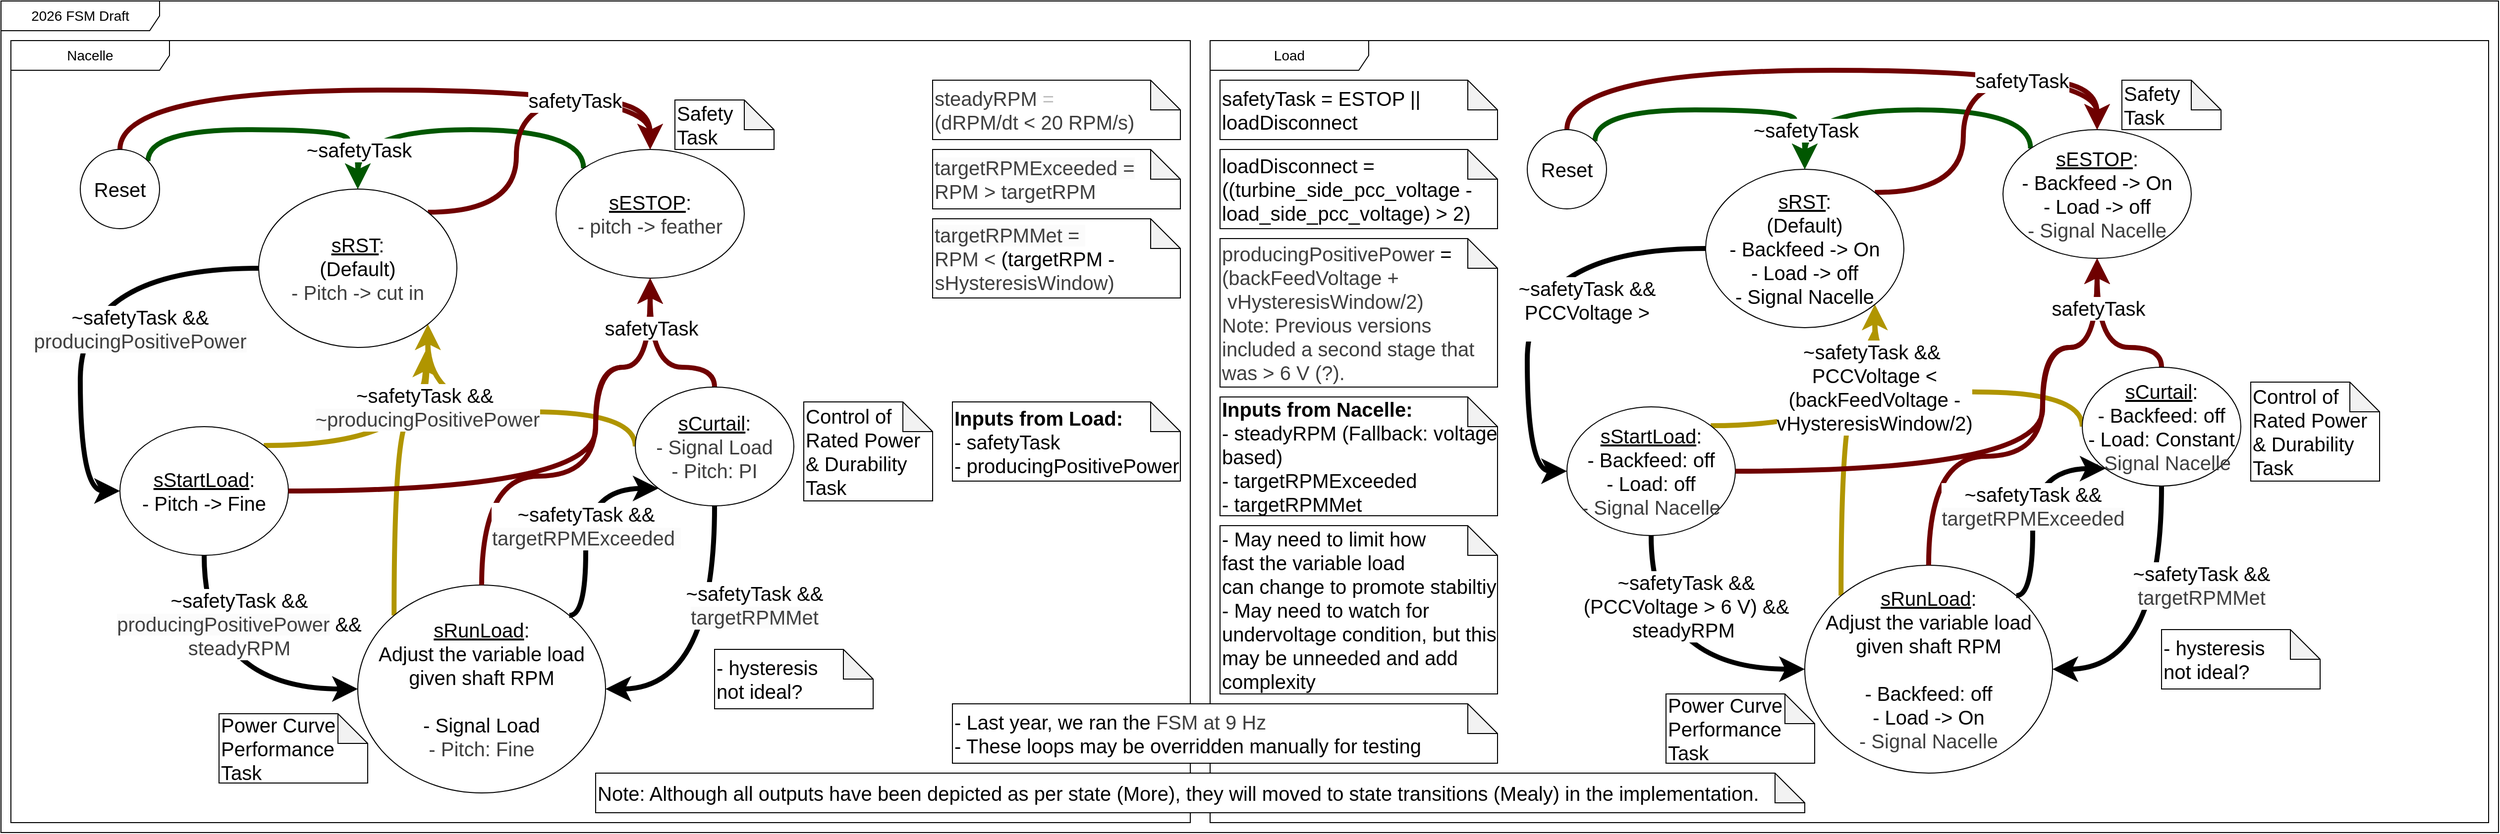
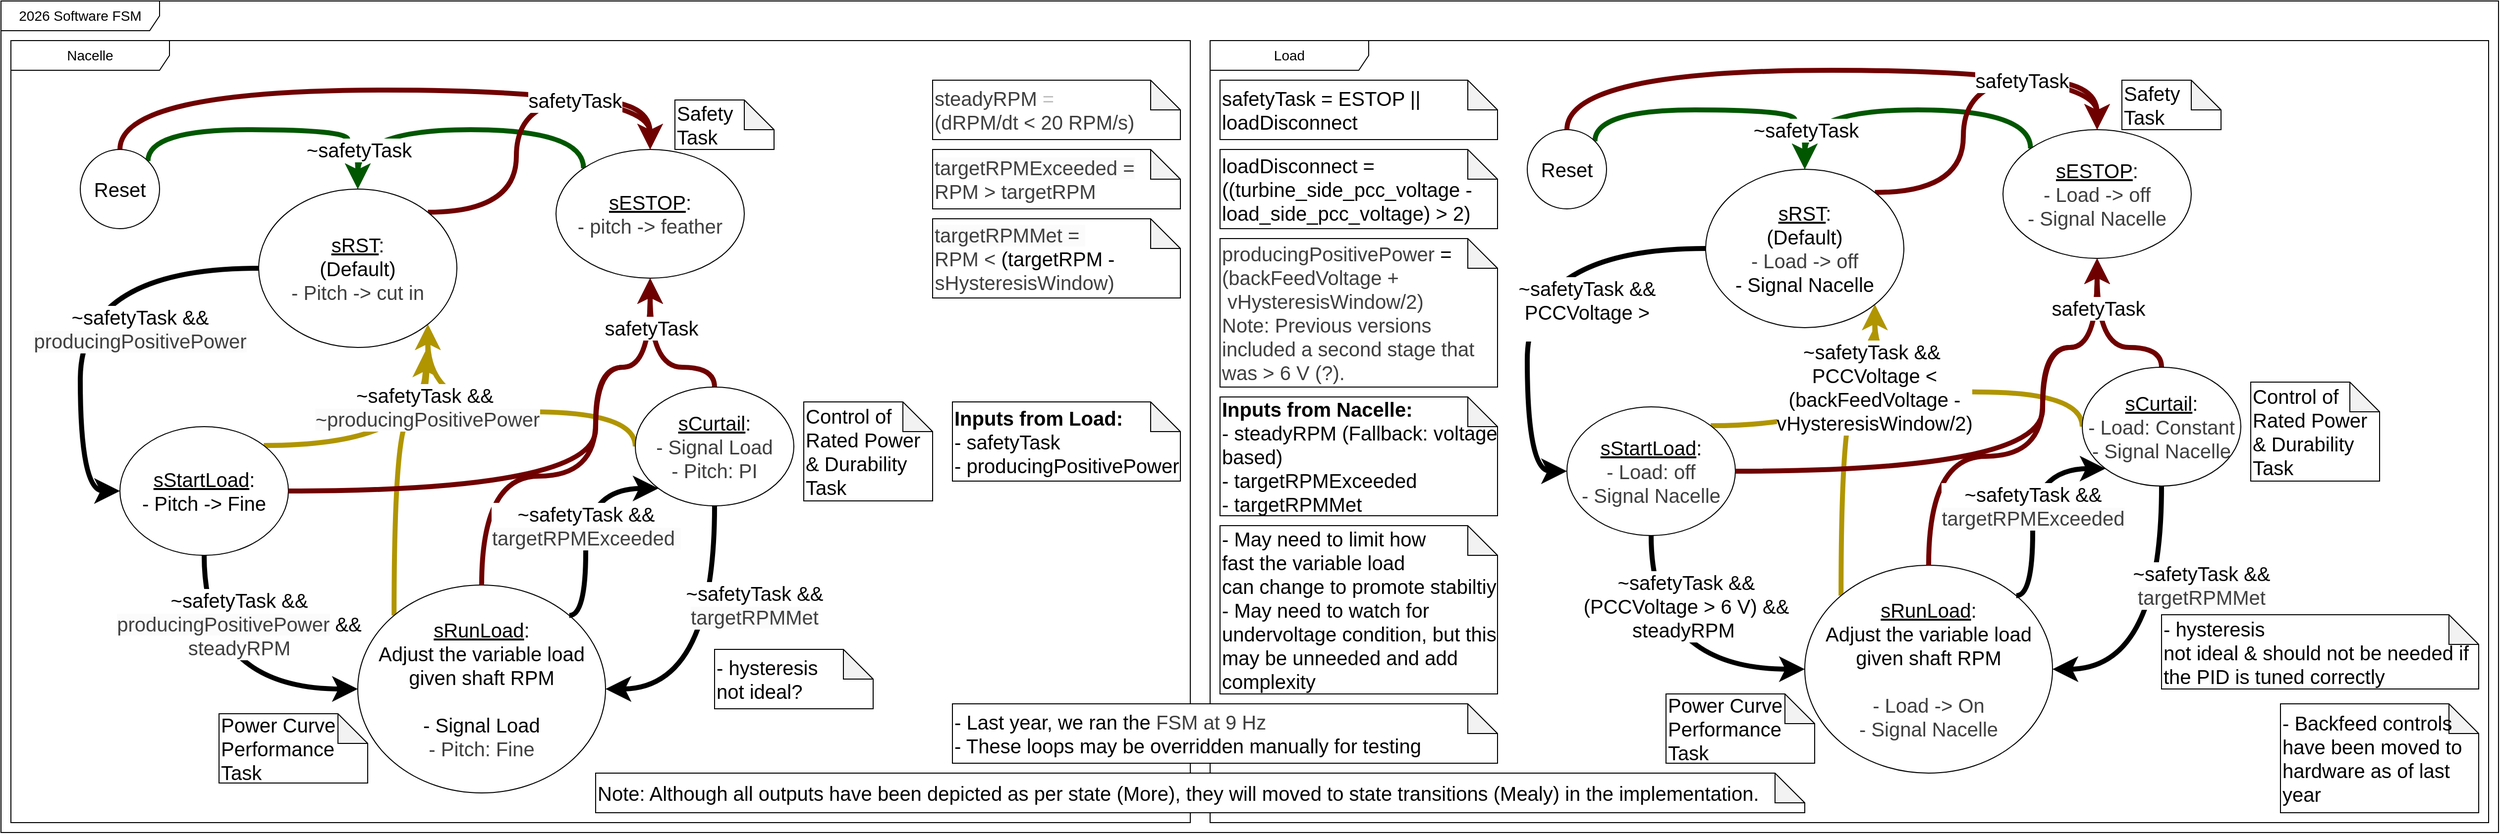
<mxfile host="65bd71144e">
    <diagram id="SB79aGflLbm6-LKJB5wv" name="Page-1">
-         <mxGraphModel dx="2355" dy="1408" grid="1" gridSize="10" guides="1" tooltips="1" connect="1" arrows="1" fold="1" page="1" pageScale="1" pageWidth="1920" pageHeight="1080" math="0" shadow="0">
+         <mxGraphModel dx="1570" dy="938" grid="1" gridSize="10" guides="1" tooltips="1" connect="1" arrows="1" fold="1" page="1" pageScale="1" pageWidth="1920" pageHeight="1080" math="0" shadow="0">
            <root>
                <mxCell id="0"/>
                <mxCell id="1" parent="0"/>
                <mxCell id="31" value="&lt;font&gt;Nacelle&lt;/font&gt;" style="shape=umlFrame;whiteSpace=wrap;html=1;pointerEvents=0;recursiveResize=0;container=0;collapsible=0;width=160;fontSize=14;" parent="1" vertex="1">
                    <mxGeometry x="20" y="50" width="1190" height="790" as="geometry"/>
                </mxCell>
-                 <mxCell id="54" value="&lt;font&gt;Load&lt;/font&gt;" style="shape=umlFrame;whiteSpace=wrap;html=1;pointerEvents=0;recursiveResize=0;container=1;collapsible=0;width=160;fontSize=14;" vertex="1" parent="1">
+                 <mxCell id="54" value="&lt;font&gt;Load&lt;/font&gt;" style="shape=umlFrame;whiteSpace=wrap;html=1;pointerEvents=0;recursiveResize=0;container=1;collapsible=0;width=160;fontSize=14;" parent="1" vertex="1">
                    <mxGeometry x="1230" y="50" width="1290" height="790" as="geometry"/>
                </mxCell>
-                 <mxCell id="55" style="edgeStyle=orthogonalEdgeStyle;html=1;exitX=0;exitY=0.5;exitDx=0;exitDy=0;entryX=1;entryY=1;entryDx=0;entryDy=0;fillColor=#e3c800;strokeColor=#B09500;curved=1;fontSize=14;endSize=10;startSize=10;strokeWidth=5;" edge="1" parent="54" source="78" target="81">
+                 <mxCell id="55" style="edgeStyle=orthogonalEdgeStyle;html=1;exitX=0;exitY=0.5;exitDx=0;exitDy=0;entryX=1;entryY=1;entryDx=0;entryDy=0;fillColor=#e3c800;strokeColor=#B09500;curved=1;fontSize=14;endSize=10;startSize=10;strokeWidth=5;" parent="54" source="78" target="81" edge="1">
                    <mxGeometry relative="1" as="geometry">
                        <Array as="points">
                            <mxPoint x="671" y="355"/>
                        </Array>
                    </mxGeometry>
                </mxCell>
-                 <mxCell id="56" style="edgeStyle=orthogonalEdgeStyle;html=1;exitX=0;exitY=0;exitDx=0;exitDy=0;entryX=1;entryY=1;entryDx=0;entryDy=0;fillColor=#e3c800;strokeColor=#B09500;curved=1;fontSize=14;endSize=10;startSize=10;strokeWidth=5;" edge="1" parent="54" source="71" target="81">
+                 <mxCell id="56" style="edgeStyle=orthogonalEdgeStyle;html=1;exitX=0;exitY=0;exitDx=0;exitDy=0;entryX=1;entryY=1;entryDx=0;entryDy=0;fillColor=#e3c800;strokeColor=#B09500;curved=1;fontSize=14;endSize=10;startSize=10;strokeWidth=5;" parent="54" source="71" target="81" edge="1">
                    <mxGeometry relative="1" as="geometry">
                        <Array as="points">
                            <mxPoint x="637" y="360"/>
                            <mxPoint x="671" y="360"/>
                        </Array>
                    </mxGeometry>
                </mxCell>
-                 <mxCell id="57" style="edgeStyle=orthogonalEdgeStyle;html=1;exitX=0.5;exitY=0;exitDx=0;exitDy=0;entryX=0.5;entryY=1;entryDx=0;entryDy=0;curved=1;fillColor=#a20025;strokeColor=#6F0000;fontSize=14;endSize=10;startSize=10;strokeWidth=5;" edge="1" parent="54" source="78" target="74">
+                 <mxCell id="57" style="edgeStyle=orthogonalEdgeStyle;html=1;exitX=0.5;exitY=0;exitDx=0;exitDy=0;entryX=0.5;entryY=1;entryDx=0;entryDy=0;curved=1;fillColor=#a20025;strokeColor=#6F0000;fontSize=14;endSize=10;startSize=10;strokeWidth=5;" parent="54" source="78" target="74" edge="1">
                    <mxGeometry relative="1" as="geometry">
                        <Array as="points">
                            <mxPoint x="895" y="310"/>
                        </Array>
                    </mxGeometry>
                </mxCell>
-                 <mxCell id="58" style="edgeStyle=orthogonalEdgeStyle;html=1;exitX=0;exitY=0;exitDx=0;exitDy=0;curved=1;fillColor=#008a00;strokeColor=#005700;entryX=0.5;entryY=0;entryDx=0;entryDy=0;fontSize=14;endSize=10;startSize=10;strokeWidth=5;" edge="1" parent="54" source="74" target="81">
+                 <mxCell id="58" style="edgeStyle=orthogonalEdgeStyle;html=1;exitX=0;exitY=0;exitDx=0;exitDy=0;curved=1;fillColor=#008a00;strokeColor=#005700;entryX=0.5;entryY=0;entryDx=0;entryDy=0;fontSize=14;endSize=10;startSize=10;strokeWidth=5;" parent="54" source="74" target="81" edge="1">
                    <mxGeometry relative="1" as="geometry">
                        <mxPoint x="620" y="200.03999999999996" as="targetPoint"/>
                        <Array as="points">
                            <mxPoint x="828" y="70"/>
                            <mxPoint x="600" y="70"/>
                        </Array>
                    </mxGeometry>
                </mxCell>
-                 <mxCell id="59" style="edgeStyle=orthogonalEdgeStyle;html=1;exitX=1;exitY=0;exitDx=0;exitDy=0;entryX=0.5;entryY=0;entryDx=0;entryDy=0;curved=1;fillColor=#a20025;strokeColor=#6F0000;fontSize=14;endSize=10;startSize=10;strokeWidth=5;" edge="1" parent="54" source="81" target="74">
+                 <mxCell id="59" style="edgeStyle=orthogonalEdgeStyle;html=1;exitX=1;exitY=0;exitDx=0;exitDy=0;entryX=0.5;entryY=0;entryDx=0;entryDy=0;curved=1;fillColor=#a20025;strokeColor=#6F0000;fontSize=14;endSize=10;startSize=10;strokeWidth=5;" parent="54" source="81" target="74" edge="1">
                    <mxGeometry relative="1" as="geometry">
                        <Array as="points">
                            <mxPoint x="760" y="153"/>
                            <mxPoint x="760" y="40"/>
                            <mxPoint x="895" y="40"/>
                        </Array>
                    </mxGeometry>
                </mxCell>
-                 <mxCell id="60" value="&lt;font&gt;&lt;span&gt;- May need to&amp;nbsp;&lt;/span&gt;&lt;span style=&quot;background-color: transparent;&quot;&gt;limit how&lt;/span&gt;&lt;/font&gt;&lt;div&gt;&lt;span style=&quot;background-color: transparent;&quot;&gt;&lt;font&gt;fast the variable load&lt;/font&gt;&lt;/span&gt;&lt;/div&gt;&lt;div&gt;&lt;span style=&quot;background-color: transparent;&quot;&gt;&lt;font&gt;can change to promote stabiltiy&lt;/font&gt;&lt;/span&gt;&lt;div&gt;&lt;font&gt;&lt;span&gt;-&amp;nbsp;&lt;/span&gt;&lt;span style=&quot;text-align: center; background-color: transparent;&quot;&gt;May need to watch for undervoltage condition, but this may be unneeded and add complexity&lt;/span&gt;&lt;/font&gt;&lt;/div&gt;&lt;/div&gt;" style="shape=note;whiteSpace=wrap;html=1;backgroundOutline=1;darkOpacity=0.05;align=left;fontSize=20;" vertex="1" parent="54">
+                 <mxCell id="60" value="&lt;font&gt;&lt;span&gt;- May need to&amp;nbsp;&lt;/span&gt;&lt;span style=&quot;background-color: transparent;&quot;&gt;limit how&lt;/span&gt;&lt;/font&gt;&lt;div&gt;&lt;span style=&quot;background-color: transparent;&quot;&gt;&lt;font&gt;fast the variable load&lt;/font&gt;&lt;/span&gt;&lt;/div&gt;&lt;div&gt;&lt;span style=&quot;background-color: transparent;&quot;&gt;&lt;font&gt;can change to promote stabiltiy&lt;/font&gt;&lt;/span&gt;&lt;div&gt;&lt;font&gt;&lt;span&gt;-&amp;nbsp;&lt;/span&gt;&lt;span style=&quot;text-align: center; background-color: transparent;&quot;&gt;May need to watch for undervoltage condition, but this may be unneeded and add complexity&lt;/span&gt;&lt;/font&gt;&lt;/div&gt;&lt;/div&gt;" style="shape=note;whiteSpace=wrap;html=1;backgroundOutline=1;darkOpacity=0.05;align=left;fontSize=20;" parent="54" vertex="1">
                    <mxGeometry x="10" y="490" width="280" height="170" as="geometry"/>
                </mxCell>
-                 <mxCell id="62" value="&lt;font&gt;loadDisconnect = ((turbine_side_pcc_voltage - load_side_pcc_voltage) &amp;gt; 2)&lt;/font&gt;" style="shape=note;whiteSpace=wrap;html=1;backgroundOutline=1;darkOpacity=0.05;align=left;fontSize=20;" vertex="1" parent="54">
+                 <mxCell id="62" value="&lt;font&gt;loadDisconnect = ((turbine_side_pcc_voltage - load_side_pcc_voltage) &amp;gt; 2)&lt;/font&gt;" style="shape=note;whiteSpace=wrap;html=1;backgroundOutline=1;darkOpacity=0.05;align=left;fontSize=20;" parent="54" vertex="1">
                    <mxGeometry x="10" y="110" width="280" height="80" as="geometry"/>
                </mxCell>
-                 <mxCell id="63" style="edgeStyle=orthogonalEdgeStyle;html=1;exitX=1;exitY=0;exitDx=0;exitDy=0;entryX=0.5;entryY=0;entryDx=0;entryDy=0;curved=1;fillColor=#008a00;strokeColor=#005700;fontSize=14;endSize=10;startSize=10;strokeWidth=5;" edge="1" parent="54" source="67" target="81">
+                 <mxCell id="63" style="edgeStyle=orthogonalEdgeStyle;html=1;exitX=1;exitY=0;exitDx=0;exitDy=0;entryX=0.5;entryY=0;entryDx=0;entryDy=0;curved=1;fillColor=#008a00;strokeColor=#005700;fontSize=14;endSize=10;startSize=10;strokeWidth=5;" parent="54" source="67" target="81" edge="1">
                    <mxGeometry relative="1" as="geometry">
                        <Array as="points">
                            <mxPoint x="388" y="70"/>
                            <mxPoint x="590" y="70"/>
                            <mxPoint x="590" y="90"/>
                            <mxPoint x="600" y="90"/>
                        </Array>
                    </mxGeometry>
                </mxCell>
-                 <mxCell id="64" value="&lt;font style=&quot;color: light-dark(rgb(0, 0, 0), rgb(130, 205, 130)); font-size: 20px;&quot;&gt;~safetyTask&lt;/font&gt;" style="edgeLabel;html=1;align=center;verticalAlign=middle;resizable=0;points=[];fontSize=14;" vertex="1" connectable="0" parent="63">
+                 <mxCell id="64" value="&lt;font style=&quot;color: light-dark(rgb(0, 0, 0), rgb(130, 205, 130)); font-size: 20px;&quot;&gt;~safetyTask&lt;/font&gt;" style="edgeLabel;html=1;align=center;verticalAlign=middle;resizable=0;points=[];fontSize=14;" parent="63" vertex="1" connectable="0">
                    <mxGeometry x="0.2777" y="-3" relative="1" as="geometry">
                        <mxPoint x="50" y="17" as="offset"/>
                    </mxGeometry>
                </mxCell>
-                 <mxCell id="65" style="edgeStyle=orthogonalEdgeStyle;html=1;exitX=0.5;exitY=0;exitDx=0;exitDy=0;entryX=0.5;entryY=0;entryDx=0;entryDy=0;curved=1;fillColor=#a20025;strokeColor=#6F0000;fontSize=14;endSize=10;startSize=10;strokeWidth=5;" edge="1" parent="54" source="67" target="74">
+                 <mxCell id="65" style="edgeStyle=orthogonalEdgeStyle;html=1;exitX=0.5;exitY=0;exitDx=0;exitDy=0;entryX=0.5;entryY=0;entryDx=0;entryDy=0;curved=1;fillColor=#a20025;strokeColor=#6F0000;fontSize=14;endSize=10;startSize=10;strokeWidth=5;" parent="54" source="67" target="74" edge="1">
                    <mxGeometry relative="1" as="geometry">
                        <Array as="points">
                            <mxPoint x="360" y="30"/>
                            <mxPoint x="895" y="30"/>
                        </Array>
                    </mxGeometry>
                </mxCell>
-                 <mxCell id="66" value="&lt;font style=&quot;color: light-dark(rgb(0, 0, 0), rgb(255, 197, 197)); font-size: 20px;&quot;&gt;safetyTask&lt;/font&gt;" style="edgeLabel;html=1;align=center;verticalAlign=middle;resizable=0;points=[];fontSize=14;" vertex="1" connectable="0" parent="65">
+                 <mxCell id="66" value="&lt;font style=&quot;color: light-dark(rgb(0, 0, 0), rgb(255, 197, 197)); font-size: 20px;&quot;&gt;safetyTask&lt;/font&gt;" style="edgeLabel;html=1;align=center;verticalAlign=middle;resizable=0;points=[];fontSize=14;" parent="65" vertex="1" connectable="0">
                    <mxGeometry x="0.0694" y="-1" relative="1" as="geometry">
                        <mxPoint x="169" y="9" as="offset"/>
                    </mxGeometry>
                </mxCell>
-                 <mxCell id="67" value="&lt;font&gt;Reset&lt;/font&gt;" style="ellipse;whiteSpace=wrap;html=1;fontSize=20;" vertex="1" parent="54">
+                 <mxCell id="67" value="&lt;font&gt;Reset&lt;/font&gt;" style="ellipse;whiteSpace=wrap;html=1;fontSize=20;" parent="54" vertex="1">
                    <mxGeometry x="320" y="90" width="80" height="80" as="geometry"/>
                </mxCell>
-                 <mxCell id="68" style="edgeStyle=orthogonalEdgeStyle;html=1;exitX=1;exitY=0;exitDx=0;exitDy=0;curved=1;fillColor=#e3c800;strokeColor=#B09500;fontSize=14;strokeWidth=5;endSize=10;startSize=10;" edge="1" parent="54" source="70">
+                 <mxCell id="68" style="edgeStyle=orthogonalEdgeStyle;html=1;exitX=1;exitY=0;exitDx=0;exitDy=0;curved=1;fillColor=#e3c800;strokeColor=#B09500;fontSize=14;strokeWidth=5;endSize=10;startSize=10;" parent="54" source="70" edge="1">
                    <mxGeometry relative="1" as="geometry">
                        <mxPoint x="668" y="294" as="targetPoint"/>
                    </mxGeometry>
                </mxCell>
-                 <mxCell id="69" value="&lt;div&gt;&lt;font style=&quot;color: light-dark(rgb(0, 0, 0), rgb(141, 118, 0)); font-size: 20px;&quot;&gt;&lt;font&gt;~safetyTask&lt;/font&gt;&lt;span style=&quot;background-color: light-dark(#ffffff, var(--ge-dark-color, #121212));&quot;&gt;&amp;nbsp;&amp;amp;&amp;amp;&amp;nbsp;&lt;/span&gt;&lt;/font&gt;&lt;/div&gt;&lt;font style=&quot;color: light-dark(rgb(0, 0, 0), rgb(141, 118, 0)); font-size: 20px;&quot;&gt;PCCVoltage &amp;lt;&lt;/font&gt;&lt;div&gt;&lt;font&gt;&lt;span style=&quot;background-color: light-dark(#ffffff, var(--ge-dark-color, #121212));&quot;&gt;&lt;font style=&quot;color: light-dark(rgb(0, 0, 0), rgb(141, 118, 0)); font-size: 20px;&quot;&gt;(backFeedVoltage -&lt;/font&gt;&lt;/span&gt;&lt;/font&gt;&lt;div style=&quot;scrollbar-color: rgb(75, 75, 75) rgb(27, 29, 30);&quot;&gt;&lt;font style=&quot;scrollbar-color: rgb(75, 75, 75) rgb(27, 29, 30); color: light-dark(rgb(0, 0, 0), rgb(141, 118, 0)); font-size: 20px;&quot;&gt;vHysteresisWindow/2)&lt;/font&gt;&lt;/div&gt;&lt;/div&gt;" style="edgeLabel;html=1;align=center;verticalAlign=middle;resizable=0;points=[];fontSize=14;" vertex="1" connectable="0" parent="68">
+                 <mxCell id="69" value="&lt;div&gt;&lt;font style=&quot;color: light-dark(rgb(0, 0, 0), rgb(141, 118, 0)); font-size: 20px;&quot;&gt;&lt;font&gt;~safetyTask&lt;/font&gt;&lt;span style=&quot;background-color: light-dark(#ffffff, var(--ge-dark-color, #121212));&quot;&gt;&amp;nbsp;&amp;amp;&amp;amp;&amp;nbsp;&lt;/span&gt;&lt;/font&gt;&lt;/div&gt;&lt;font style=&quot;color: light-dark(rgb(0, 0, 0), rgb(141, 118, 0)); font-size: 20px;&quot;&gt;PCCVoltage &amp;lt;&lt;/font&gt;&lt;div&gt;&lt;font&gt;&lt;span style=&quot;background-color: light-dark(#ffffff, var(--ge-dark-color, #121212));&quot;&gt;&lt;font style=&quot;color: light-dark(rgb(0, 0, 0), rgb(141, 118, 0)); font-size: 20px;&quot;&gt;(backFeedVoltage -&lt;/font&gt;&lt;/span&gt;&lt;/font&gt;&lt;div style=&quot;scrollbar-color: rgb(75, 75, 75) rgb(27, 29, 30);&quot;&gt;&lt;font style=&quot;scrollbar-color: rgb(75, 75, 75) rgb(27, 29, 30); color: light-dark(rgb(0, 0, 0), rgb(141, 118, 0)); font-size: 20px;&quot;&gt;vHysteresisWindow/2)&lt;/font&gt;&lt;/div&gt;&lt;/div&gt;" style="edgeLabel;html=1;align=center;verticalAlign=middle;resizable=0;points=[];fontSize=14;" parent="68" vertex="1" connectable="0">
                    <mxGeometry x="-0.206" relative="1" as="geometry">
                        <mxPoint x="62" y="-39" as="offset"/>
                    </mxGeometry>
                </mxCell>
-                 <mxCell id="70" value="&lt;div&gt;&lt;font style=&quot;font-size: 20px;&quot;&gt;&lt;u&gt;sStartLoad&lt;/u&gt;:&lt;/font&gt;&lt;/div&gt;&lt;div&gt;&lt;div style=&quot;scrollbar-color: rgb(75, 75, 75) rgb(27, 29, 30);&quot;&gt;&lt;font style=&quot;font-size: 20px;&quot;&gt;- Backfeed: off&lt;/font&gt;&lt;/div&gt;&lt;div style=&quot;scrollbar-color: rgb(75, 75, 75) rgb(27, 29, 30);&quot;&gt;&lt;font style=&quot;font-size: 20px;&quot;&gt;- Load: off&lt;/font&gt;&lt;/div&gt;&lt;div style=&quot;scrollbar-color: rgb(75, 75, 75) rgb(27, 29, 30);&quot;&gt;&lt;span style=&quot;color: rgb(63, 63, 63); font-size: 20px;&quot;&gt;- Signal Nacelle&lt;/span&gt;&lt;/div&gt;&lt;/div&gt;" style="ellipse;whiteSpace=wrap;html=1;fontSize=14;" vertex="1" parent="54">
+                 <mxCell id="70" value="&lt;div&gt;&lt;font style=&quot;font-size: 20px;&quot;&gt;&lt;u&gt;sStartLoad&lt;/u&gt;:&lt;/font&gt;&lt;/div&gt;&lt;div&gt;&lt;div style=&quot;scrollbar-color: rgb(75, 75, 75) rgb(27, 29, 30);&quot;&gt;&lt;span style=&quot;color: rgb(63, 63, 63); font-size: 20px; background-color: transparent;&quot;&gt;- Load: off&lt;/span&gt;&lt;/div&gt;&lt;div style=&quot;scrollbar-color: rgb(75, 75, 75) rgb(27, 29, 30);&quot;&gt;&lt;span style=&quot;color: rgb(63, 63, 63); font-size: 20px;&quot;&gt;- Signal Nacelle&lt;/span&gt;&lt;/div&gt;&lt;/div&gt;" style="ellipse;whiteSpace=wrap;html=1;fontSize=14;" parent="54" vertex="1">
                    <mxGeometry x="360" y="370" width="170" height="130" as="geometry"/>
                </mxCell>
-                 <mxCell id="71" value="&lt;div&gt;&lt;font style=&quot;font-size: 20px;&quot;&gt;&lt;u&gt;sRunLoad&lt;/u&gt;:&lt;/font&gt;&lt;/div&gt;&lt;div&gt;&lt;font style=&quot;font-size: 20px;&quot;&gt;&lt;span&gt;Adjust the variable load&lt;/span&gt;&lt;/font&gt;&lt;/div&gt;&lt;div&gt;&lt;font style=&quot;font-size: 20px;&quot;&gt;&lt;font&gt;&lt;span&gt;given&amp;nbsp;&lt;/span&gt;&lt;/font&gt;&lt;span style=&quot;background-color: transparent;&quot;&gt;&lt;font&gt;shaft RPM&lt;/font&gt;&lt;/span&gt;&lt;/font&gt;&lt;/div&gt;&lt;div&gt;&lt;font style=&quot;font-size: 20px;&quot;&gt;&lt;span&gt;&lt;br&gt;&lt;/span&gt;&lt;/font&gt;&lt;/div&gt;&lt;div&gt;&lt;font style=&quot;font-size: 20px;&quot;&gt;- Backfeed: off&lt;/font&gt;&lt;/div&gt;&lt;div&gt;&lt;font style=&quot;font-size: 20px;&quot;&gt;- Load -&amp;gt; On&lt;/font&gt;&lt;/div&gt;&lt;div&gt;&lt;span style=&quot;color: rgb(63, 63, 63); font-size: 20px;&quot;&gt;- Signal Nacelle&lt;/span&gt;&lt;/div&gt;" style="ellipse;whiteSpace=wrap;html=1;fontSize=14;" vertex="1" parent="54">
+                 <mxCell id="71" value="&lt;div&gt;&lt;font style=&quot;font-size: 20px;&quot;&gt;&lt;u&gt;sRunLoad&lt;/u&gt;:&lt;/font&gt;&lt;/div&gt;&lt;div&gt;&lt;font style=&quot;font-size: 20px;&quot;&gt;&lt;span&gt;Adjust the variable load&lt;/span&gt;&lt;/font&gt;&lt;/div&gt;&lt;div&gt;&lt;font style=&quot;font-size: 20px;&quot;&gt;&lt;font&gt;&lt;span&gt;given&amp;nbsp;&lt;/span&gt;&lt;/font&gt;&lt;span style=&quot;background-color: transparent;&quot;&gt;&lt;font&gt;shaft RPM&lt;/font&gt;&lt;/span&gt;&lt;/font&gt;&lt;/div&gt;&lt;div&gt;&lt;font style=&quot;font-size: 20px;&quot;&gt;&lt;span&gt;&lt;br&gt;&lt;/span&gt;&lt;/font&gt;&lt;/div&gt;&lt;div&gt;&lt;span style=&quot;color: rgb(63, 63, 63); font-size: 20px; background-color: transparent;&quot;&gt;- Load -&amp;gt; On&lt;/span&gt;&lt;/div&gt;&lt;div&gt;&lt;span style=&quot;color: rgb(63, 63, 63); font-size: 20px;&quot;&gt;- Signal Nacelle&lt;/span&gt;&lt;/div&gt;" style="ellipse;whiteSpace=wrap;html=1;fontSize=14;" parent="54" vertex="1">
                    <mxGeometry x="600" y="530" width="250" height="210" as="geometry"/>
                </mxCell>
-                 <mxCell id="72" value="&lt;div&gt;&lt;font style=&quot;font-size: 20px;&quot;&gt;&lt;span&gt;~safetyTask &amp;amp;&amp;amp;&lt;/span&gt;&lt;/font&gt;&lt;/div&gt;&lt;font style=&quot;font-size: 20px;&quot;&gt;(PCCVoltage &amp;gt;&amp;nbsp;&lt;span&gt;6 V) &amp;amp;&amp;amp;&lt;/span&gt;&lt;/font&gt;&lt;div&gt;&lt;font style=&quot;font-size: 20px;&quot;&gt;&lt;span&gt;steadyRPM&lt;/span&gt;&lt;/font&gt;&lt;span style=&quot;color: rgb(192, 192, 192); font-size: 20px; background-color: light-dark(#ffffff, var(--ge-dark-color, #121212));&quot;&gt;&amp;nbsp;&lt;/span&gt;&lt;/div&gt;" style="edgeStyle=orthogonalEdgeStyle;html=1;exitX=0.5;exitY=1;exitDx=0;exitDy=0;entryX=0;entryY=0.5;entryDx=0;entryDy=0;curved=1;fontSize=14;endSize=10;startSize=10;strokeWidth=5;" edge="1" parent="54" source="70" target="71">
+                 <mxCell id="72" value="&lt;div&gt;&lt;font style=&quot;font-size: 20px;&quot;&gt;&lt;span&gt;~safetyTask &amp;amp;&amp;amp;&lt;/span&gt;&lt;/font&gt;&lt;/div&gt;&lt;font style=&quot;font-size: 20px;&quot;&gt;(PCCVoltage &amp;gt;&amp;nbsp;&lt;span&gt;6 V) &amp;amp;&amp;amp;&lt;/span&gt;&lt;/font&gt;&lt;div&gt;&lt;font style=&quot;font-size: 20px;&quot;&gt;&lt;span&gt;steadyRPM&lt;/span&gt;&lt;/font&gt;&lt;span style=&quot;color: rgb(192, 192, 192); font-size: 20px; background-color: light-dark(#ffffff, var(--ge-dark-color, #121212));&quot;&gt;&amp;nbsp;&lt;/span&gt;&lt;/div&gt;" style="edgeStyle=orthogonalEdgeStyle;html=1;exitX=0.5;exitY=1;exitDx=0;exitDy=0;entryX=0;entryY=0.5;entryDx=0;entryDy=0;curved=1;fontSize=14;endSize=10;startSize=10;strokeWidth=5;" parent="54" source="70" target="71" edge="1">
                    <mxGeometry x="-0.519" y="35" relative="1" as="geometry">
                        <mxPoint y="1" as="offset"/>
                    </mxGeometry>
                </mxCell>
-                 <mxCell id="73" value="&lt;span style=&quot;background-color: transparent; text-align: center;&quot;&gt;&lt;font style=&quot;font-size: 20px;&quot;&gt;- hysteresis&lt;/font&gt;&lt;/span&gt;&lt;div&gt;&lt;span style=&quot;background-color: transparent; text-align: center;&quot;&gt;&lt;font style=&quot;font-size: 20px;&quot;&gt;not ideal?&lt;/font&gt;&lt;/span&gt;&lt;/div&gt;" style="shape=note;whiteSpace=wrap;html=1;backgroundOutline=1;darkOpacity=0.05;align=left;fontSize=14;" vertex="1" parent="54">
-                     <mxGeometry x="960" y="595" width="160" height="60" as="geometry"/>
-                 </mxCell>
-                 <mxCell id="74" value="&lt;div&gt;&lt;font style=&quot;font-size: 20px;&quot;&gt;&lt;u&gt;sESTOP&lt;/u&gt;:&lt;/font&gt;&lt;/div&gt;&lt;div&gt;&lt;font style=&quot;font-size: 20px;&quot;&gt;&lt;div style=&quot;scrollbar-color: rgb(75, 75, 75) rgb(27, 29, 30);&quot;&gt;&lt;font style=&quot;scrollbar-color: rgb(75, 75, 75) rgb(27, 29, 30);&quot;&gt;- Backfeed -&amp;gt; On&lt;/font&gt;&lt;/div&gt;&lt;div style=&quot;scrollbar-color: rgb(75, 75, 75) rgb(27, 29, 30);&quot;&gt;&lt;font style=&quot;scrollbar-color: rgb(75, 75, 75) rgb(27, 29, 30);&quot;&gt;- Load -&amp;gt; off&lt;/font&gt;&lt;/div&gt;&lt;/font&gt;&lt;/div&gt;&lt;div&gt;&lt;span style=&quot;color: rgb(63, 63, 63); font-size: 20px;&quot;&gt;- Signal Nacelle&lt;/span&gt;&lt;/div&gt;" style="ellipse;whiteSpace=wrap;html=1;fontSize=14;" vertex="1" parent="54">
+                 <mxCell id="73" value="&lt;span style=&quot;background-color: transparent; text-align: center;&quot;&gt;&lt;font style=&quot;font-size: 20px;&quot;&gt;- hysteresis&lt;/font&gt;&lt;/span&gt;&lt;div&gt;&lt;span style=&quot;background-color: transparent; text-align: center;&quot;&gt;&lt;font style=&quot;font-size: 20px;&quot;&gt;not ideal &amp;amp; should not be needed if the PID is tuned correctly&lt;/font&gt;&lt;/span&gt;&lt;/div&gt;" style="shape=note;whiteSpace=wrap;html=1;backgroundOutline=1;darkOpacity=0.05;align=left;fontSize=14;" parent="54" vertex="1">
+                     <mxGeometry x="960" y="580" width="320" height="75" as="geometry"/>
+                 </mxCell>
+                 <mxCell id="74" value="&lt;div&gt;&lt;font style=&quot;font-size: 20px;&quot;&gt;&lt;u&gt;sESTOP&lt;/u&gt;:&lt;/font&gt;&lt;/div&gt;&lt;div&gt;&lt;font style=&quot;font-size: 20px;&quot;&gt;&lt;div style=&quot;scrollbar-color: rgb(75, 75, 75) rgb(27, 29, 30);&quot;&gt;&lt;span style=&quot;color: rgb(63, 63, 63); background-color: transparent;&quot;&gt;- Load -&amp;gt; off&lt;/span&gt;&lt;/div&gt;&lt;/font&gt;&lt;/div&gt;&lt;div&gt;&lt;span style=&quot;color: rgb(63, 63, 63); font-size: 20px;&quot;&gt;- Signal Nacelle&lt;/span&gt;&lt;/div&gt;" style="ellipse;whiteSpace=wrap;html=1;fontSize=14;" parent="54" vertex="1">
                    <mxGeometry x="800" y="90" width="190" height="130" as="geometry"/>
                </mxCell>
-                 <mxCell id="75" style="edgeStyle=orthogonalEdgeStyle;html=1;exitX=0.5;exitY=0;exitDx=0;exitDy=0;entryX=0.5;entryY=1;entryDx=0;entryDy=0;curved=1;fillColor=#a20025;strokeColor=#6F0000;fontSize=14;endSize=10;startSize=10;strokeWidth=5;" edge="1" parent="54" source="71" target="74">
+                 <mxCell id="75" style="edgeStyle=orthogonalEdgeStyle;html=1;exitX=0.5;exitY=0;exitDx=0;exitDy=0;entryX=0.5;entryY=1;entryDx=0;entryDy=0;curved=1;fillColor=#a20025;strokeColor=#6F0000;fontSize=14;endSize=10;startSize=10;strokeWidth=5;" parent="54" source="71" target="74" edge="1">
                    <mxGeometry relative="1" as="geometry">
                        <Array as="points">
                            <mxPoint x="725" y="420"/>
                            <mxPoint x="840" y="420"/>
                            <mxPoint x="840" y="310"/>
                            <mxPoint x="895" y="310"/>
                        </Array>
                    </mxGeometry>
                </mxCell>
-                 <mxCell id="76" style="edgeStyle=orthogonalEdgeStyle;html=1;exitX=1;exitY=0.5;exitDx=0;exitDy=0;entryX=0.5;entryY=1;entryDx=0;entryDy=0;curved=1;fillColor=#a20025;strokeColor=#6F0000;fontSize=14;endSize=10;startSize=10;strokeWidth=5;" edge="1" parent="54" source="70" target="74">
+                 <mxCell id="76" style="edgeStyle=orthogonalEdgeStyle;html=1;exitX=1;exitY=0.5;exitDx=0;exitDy=0;entryX=0.5;entryY=1;entryDx=0;entryDy=0;curved=1;fillColor=#a20025;strokeColor=#6F0000;fontSize=14;endSize=10;startSize=10;strokeWidth=5;" parent="54" source="70" target="74" edge="1">
                    <mxGeometry relative="1" as="geometry">
                        <Array as="points">
                            <mxPoint x="840" y="435"/>
                            <mxPoint x="840" y="310"/>
                            <mxPoint x="895" y="310"/>
                        </Array>
                    </mxGeometry>
                </mxCell>
-                 <mxCell id="77" value="&lt;font style=&quot;color: light-dark(rgb(0, 0, 0), rgb(255, 197, 197)); font-size: 20px;&quot;&gt;safetyTask&lt;/font&gt;" style="edgeLabel;html=1;align=center;verticalAlign=middle;resizable=0;points=[];fontSize=14;" vertex="1" connectable="0" parent="76">
+                 <mxCell id="77" value="&lt;font style=&quot;color: light-dark(rgb(0, 0, 0), rgb(255, 197, 197)); font-size: 20px;&quot;&gt;safetyTask&lt;/font&gt;" style="edgeLabel;html=1;align=center;verticalAlign=middle;resizable=0;points=[];fontSize=14;" parent="76" vertex="1" connectable="0">
                    <mxGeometry x="0.6492" y="16" relative="1" as="geometry">
                        <mxPoint x="12" y="-24" as="offset"/>
                    </mxGeometry>
                </mxCell>
-                 <mxCell id="78" value="&lt;div&gt;&lt;font style=&quot;font-size: 20px;&quot;&gt;&lt;u&gt;sCurtail&lt;/u&gt;:&lt;/font&gt;&lt;/div&gt;&lt;div&gt;&lt;div style=&quot;scrollbar-color: rgb(75, 75, 75) rgb(27, 29, 30);&quot;&gt;&lt;font style=&quot;scrollbar-color: rgb(75, 75, 75) rgb(27, 29, 30); font-size: 20px;&quot;&gt;- Backfeed: off&lt;/font&gt;&lt;/div&gt;&lt;div style=&quot;scrollbar-color: rgb(75, 75, 75) rgb(27, 29, 30);&quot;&gt;&lt;font style=&quot;scrollbar-color: rgb(75, 75, 75) rgb(27, 29, 30); font-size: 20px;&quot;&gt;- Load: Constant&lt;/font&gt;&lt;/div&gt;&lt;div style=&quot;scrollbar-color: rgb(75, 75, 75) rgb(27, 29, 30);&quot;&gt;&lt;span style=&quot;color: rgb(63, 63, 63); font-size: 20px;&quot;&gt;- Signal Nacelle&lt;/span&gt;&lt;/div&gt;&lt;/div&gt;" style="ellipse;whiteSpace=wrap;html=1;fontSize=14;" vertex="1" parent="54">
+                 <mxCell id="78" value="&lt;div&gt;&lt;font style=&quot;font-size: 20px;&quot;&gt;&lt;u&gt;sCurtail&lt;/u&gt;:&lt;/font&gt;&lt;/div&gt;&lt;div&gt;&lt;div style=&quot;scrollbar-color: rgb(75, 75, 75) rgb(27, 29, 30);&quot;&gt;&lt;span style=&quot;color: rgb(63, 63, 63); font-size: 20px; background-color: transparent;&quot;&gt;- Load: Constant&lt;/span&gt;&lt;/div&gt;&lt;div style=&quot;scrollbar-color: rgb(75, 75, 75) rgb(27, 29, 30);&quot;&gt;&lt;span style=&quot;color: rgb(63, 63, 63); font-size: 20px;&quot;&gt;- Signal Nacelle&lt;/span&gt;&lt;/div&gt;&lt;/div&gt;" style="ellipse;whiteSpace=wrap;html=1;fontSize=14;" parent="54" vertex="1">
                    <mxGeometry x="880" y="330" width="160" height="120" as="geometry"/>
                </mxCell>
-                 <mxCell id="79" value="&lt;div&gt;&lt;font style=&quot;font-size: 20px;&quot;&gt;~safetyTask &amp;amp;&amp;amp;&lt;/font&gt;&lt;/div&gt;&lt;span style=&quot;color: rgb(63, 63, 63); font-size: 20px; text-align: left; text-wrap-mode: wrap; background-color: rgb(251, 251, 251);&quot;&gt;targetRPMExceeded&lt;/span&gt;" style="edgeStyle=orthogonalEdgeStyle;html=1;exitX=1;exitY=0;exitDx=0;exitDy=0;entryX=0;entryY=1;entryDx=0;entryDy=0;curved=1;fontSize=14;endSize=10;startSize=10;strokeWidth=5;" edge="1" parent="54" source="71" target="78">
+                 <mxCell id="79" value="&lt;div&gt;&lt;font style=&quot;font-size: 20px;&quot;&gt;~safetyTask &amp;amp;&amp;amp;&lt;/font&gt;&lt;/div&gt;&lt;span style=&quot;color: rgb(63, 63, 63); font-size: 20px; text-align: left; text-wrap-mode: wrap; background-color: rgb(251, 251, 251);&quot;&gt;targetRPMExceeded&lt;/span&gt;" style="edgeStyle=orthogonalEdgeStyle;html=1;exitX=1;exitY=0;exitDx=0;exitDy=0;entryX=0;entryY=1;entryDx=0;entryDy=0;curved=1;fontSize=14;endSize=10;startSize=10;strokeWidth=5;" parent="54" source="71" target="78" edge="1">
                    <mxGeometry x="-0.016" relative="1" as="geometry">
                        <Array as="points">
                            <mxPoint x="830" y="561"/>
                            <mxPoint x="830" y="432"/>
                        </Array>
                        <mxPoint as="offset"/>
                    </mxGeometry>
                </mxCell>
-                 <mxCell id="80" value="&lt;font style=&quot;font-size: 20px;&quot;&gt;~safetyTask &amp;amp;&amp;amp;&lt;/font&gt;&lt;div&gt;&lt;span style=&quot;color: rgb(63, 63, 63); font-size: 20px; text-align: left; text-wrap-mode: wrap; background-color: rgb(251, 251, 251);&quot;&gt;targetRPMMet&lt;/span&gt;&lt;/div&gt;" style="edgeStyle=orthogonalEdgeStyle;html=1;exitX=0.5;exitY=1;exitDx=0;exitDy=0;entryX=1;entryY=0.5;entryDx=0;entryDy=0;curved=1;fontSize=14;endSize=10;startSize=10;strokeWidth=5;" edge="1" parent="54" source="78" target="71">
+                 <mxCell id="80" value="&lt;font style=&quot;font-size: 20px;&quot;&gt;~safetyTask &amp;amp;&amp;amp;&lt;/font&gt;&lt;div&gt;&lt;span style=&quot;color: rgb(63, 63, 63); font-size: 20px; text-align: left; text-wrap-mode: wrap; background-color: rgb(251, 251, 251);&quot;&gt;targetRPMMet&lt;/span&gt;&lt;/div&gt;" style="edgeStyle=orthogonalEdgeStyle;html=1;exitX=0.5;exitY=1;exitDx=0;exitDy=0;entryX=1;entryY=0.5;entryDx=0;entryDy=0;curved=1;fontSize=14;endSize=10;startSize=10;strokeWidth=5;" parent="54" source="78" target="71" edge="1">
                    <mxGeometry x="-0.3221" y="40" relative="1" as="geometry">
                        <mxPoint as="offset"/>
                    </mxGeometry>
                </mxCell>
-                 <mxCell id="81" value="&lt;div&gt;&lt;font style=&quot;font-size: 20px;&quot;&gt;&lt;u&gt;sRST&lt;/u&gt;:&lt;/font&gt;&lt;/div&gt;&lt;div&gt;&lt;font style=&quot;font-size: 20px;&quot;&gt;(Default)&lt;/font&gt;&lt;/div&gt;&lt;div&gt;&lt;font style=&quot;font-size: 20px;&quot;&gt;- Backfeed -&amp;gt; On&lt;/font&gt;&lt;/div&gt;&lt;div&gt;&lt;font style=&quot;font-size: 20px;&quot;&gt;- Load -&amp;gt; off&lt;/font&gt;&lt;/div&gt;&lt;div&gt;&lt;font style=&quot;font-size: 20px;&quot;&gt;- Signal Nacelle&lt;/font&gt;&lt;/div&gt;" style="ellipse;whiteSpace=wrap;html=1;fontSize=14;" vertex="1" parent="54">
+                 <mxCell id="81" value="&lt;div&gt;&lt;font style=&quot;font-size: 20px;&quot;&gt;&lt;u&gt;sRST&lt;/u&gt;:&lt;/font&gt;&lt;/div&gt;&lt;div&gt;&lt;font style=&quot;font-size: 20px;&quot;&gt;(Default)&lt;/font&gt;&lt;/div&gt;&lt;div&gt;&lt;span style=&quot;color: rgb(63, 63, 63); font-size: 20px; background-color: transparent;&quot;&gt;- Load -&amp;gt; off&lt;/span&gt;&lt;/div&gt;&lt;div&gt;&lt;font style=&quot;font-size: 20px;&quot;&gt;- Signal Nacelle&lt;/font&gt;&lt;/div&gt;" style="ellipse;whiteSpace=wrap;html=1;fontSize=14;" parent="54" vertex="1">
                    <mxGeometry x="500" y="130" width="200" height="160" as="geometry"/>
                </mxCell>
-                 <mxCell id="82" value="&lt;font style=&quot;font-size: 20px;&quot;&gt;&lt;span&gt;~safetyTask &amp;amp;&amp;amp;&lt;/span&gt;&lt;/font&gt;&lt;div&gt;&lt;font style=&quot;font-size: 20px;&quot;&gt;PCCVoltage &amp;gt;&lt;/font&gt;&lt;div&gt;&lt;br&gt;&lt;/div&gt;&lt;/div&gt;" style="edgeStyle=orthogonalEdgeStyle;html=1;exitX=0;exitY=0.5;exitDx=0;exitDy=0;entryX=0;entryY=0.5;entryDx=0;entryDy=0;curved=1;fontSize=14;endSize=10;startSize=10;strokeWidth=5;" edge="1" parent="54" source="81" target="70">
+                 <mxCell id="82" value="&lt;font style=&quot;font-size: 20px;&quot;&gt;&lt;span&gt;~safetyTask &amp;amp;&amp;amp;&lt;/span&gt;&lt;/font&gt;&lt;div&gt;&lt;font style=&quot;font-size: 20px;&quot;&gt;PCCVoltage &amp;gt;&lt;/font&gt;&lt;div&gt;&lt;br&gt;&lt;/div&gt;&lt;/div&gt;" style="edgeStyle=orthogonalEdgeStyle;html=1;exitX=0;exitY=0.5;exitDx=0;exitDy=0;entryX=0;entryY=0.5;entryDx=0;entryDy=0;curved=1;fontSize=14;endSize=10;startSize=10;strokeWidth=5;" parent="54" source="81" target="70" edge="1">
                    <mxGeometry x="0.0835" y="60" relative="1" as="geometry">
                        <Array as="points">
                            <mxPoint x="320" y="210"/>
                            <mxPoint x="320" y="435"/>
                        </Array>
                        <mxPoint as="offset"/>
                    </mxGeometry>
                </mxCell>
-                 <mxCell id="83" value="&lt;span&gt;&lt;font style=&quot;font-size: 20px;&quot;&gt;Power Curve&lt;/font&gt;&lt;/span&gt;&lt;div&gt;&lt;span&gt;&lt;font style=&quot;font-size: 20px;&quot;&gt;Performance Task&lt;/font&gt;&lt;/span&gt;&lt;/div&gt;" style="shape=note;whiteSpace=wrap;html=1;backgroundOutline=1;darkOpacity=0.05;align=left;fontSize=14;" vertex="1" parent="54">
+                 <mxCell id="83" value="&lt;span&gt;&lt;font style=&quot;font-size: 20px;&quot;&gt;Power Curve&lt;/font&gt;&lt;/span&gt;&lt;div&gt;&lt;span&gt;&lt;font style=&quot;font-size: 20px;&quot;&gt;Performance Task&lt;/font&gt;&lt;/span&gt;&lt;/div&gt;" style="shape=note;whiteSpace=wrap;html=1;backgroundOutline=1;darkOpacity=0.05;align=left;fontSize=14;" parent="54" vertex="1">
                    <mxGeometry x="460" y="660" width="150" height="70" as="geometry"/>
                </mxCell>
-                 <mxCell id="84" value="&lt;div&gt;&lt;span&gt;&lt;font style=&quot;font-size: 20px;&quot;&gt;Control of&lt;/font&gt;&lt;/span&gt;&lt;/div&gt;&lt;div&gt;&lt;font style=&quot;font-size: 20px;&quot;&gt;&lt;span&gt;Rated&amp;nbsp;&lt;/span&gt;&lt;span style=&quot;background-color: transparent;&quot;&gt;&lt;font&gt;Power&lt;/font&gt;&lt;/span&gt;&lt;/font&gt;&lt;/div&gt;&lt;div&gt;&lt;span style=&quot;background-color: transparent;&quot;&gt;&lt;font style=&quot;font-size: 20px;&quot;&gt;&amp;amp; Durability Task&lt;/font&gt;&lt;/span&gt;&lt;/div&gt;" style="shape=note;whiteSpace=wrap;html=1;backgroundOutline=1;darkOpacity=0.05;align=left;fontSize=14;" vertex="1" parent="54">
+                 <mxCell id="84" value="&lt;div&gt;&lt;span&gt;&lt;font style=&quot;font-size: 20px;&quot;&gt;Control of&lt;/font&gt;&lt;/span&gt;&lt;/div&gt;&lt;div&gt;&lt;font style=&quot;font-size: 20px;&quot;&gt;&lt;span&gt;Rated&amp;nbsp;&lt;/span&gt;&lt;span style=&quot;background-color: transparent;&quot;&gt;&lt;font&gt;Power&lt;/font&gt;&lt;/span&gt;&lt;/font&gt;&lt;/div&gt;&lt;div&gt;&lt;span style=&quot;background-color: transparent;&quot;&gt;&lt;font style=&quot;font-size: 20px;&quot;&gt;&amp;amp; Durability Task&lt;/font&gt;&lt;/span&gt;&lt;/div&gt;" style="shape=note;whiteSpace=wrap;html=1;backgroundOutline=1;darkOpacity=0.05;align=left;fontSize=14;" parent="54" vertex="1">
                    <mxGeometry x="1050" y="345" width="130" height="100" as="geometry"/>
                </mxCell>
-                 <mxCell id="85" value="&lt;div&gt;&lt;span&gt;&lt;font style=&quot;font-size: 20px;&quot;&gt;Safety Task&lt;/font&gt;&lt;/span&gt;&lt;/div&gt;" style="shape=note;whiteSpace=wrap;html=1;backgroundOutline=1;darkOpacity=0.05;align=left;fontSize=14;" vertex="1" parent="54">
+                 <mxCell id="85" value="&lt;div&gt;&lt;span&gt;&lt;font style=&quot;font-size: 20px;&quot;&gt;Safety Task&lt;/font&gt;&lt;/span&gt;&lt;/div&gt;" style="shape=note;whiteSpace=wrap;html=1;backgroundOutline=1;darkOpacity=0.05;align=left;fontSize=14;" parent="54" vertex="1">
                    <mxGeometry x="920" y="40" width="100" height="50" as="geometry"/>
                </mxCell>
-                 <mxCell id="87" value="&lt;span style=&quot;font-size: 20px;&quot;&gt;safetyTask = ESTOP || loadDisconnect&lt;/span&gt;" style="shape=note;whiteSpace=wrap;html=1;backgroundOutline=1;darkOpacity=0.05;align=left;fontSize=14;" vertex="1" parent="54">
+                 <mxCell id="87" value="&lt;span style=&quot;font-size: 20px;&quot;&gt;safetyTask = ESTOP || loadDisconnect&lt;/span&gt;" style="shape=note;whiteSpace=wrap;html=1;backgroundOutline=1;darkOpacity=0.05;align=left;fontSize=14;" parent="54" vertex="1">
                    <mxGeometry x="10" y="40" width="280" height="60" as="geometry"/>
                </mxCell>
-                 <mxCell id="153" value="&lt;div&gt;&lt;span style=&quot;font-size: 20px;&quot;&gt;&lt;b&gt;Inputs from Nacelle:&lt;/b&gt;&lt;/span&gt;&lt;/div&gt;&lt;span style=&quot;font-size: 20px;&quot;&gt;- steadyRPM (Fallback: voltage based)&lt;/span&gt;&lt;div&gt;&lt;span style=&quot;font-size: 20px;&quot;&gt;- targetRPMExceeded&lt;/span&gt;&lt;/div&gt;&lt;div&gt;&lt;span style=&quot;font-size: 20px;&quot;&gt;- targetRPMMet&lt;/span&gt;&lt;/div&gt;" style="shape=note;whiteSpace=wrap;html=1;backgroundOutline=1;darkOpacity=0.05;align=left;fontSize=14;" vertex="1" parent="54">
+                 <mxCell id="153" value="&lt;div&gt;&lt;span style=&quot;font-size: 20px;&quot;&gt;&lt;b&gt;Inputs from Nacelle:&lt;/b&gt;&lt;/span&gt;&lt;/div&gt;&lt;span style=&quot;font-size: 20px;&quot;&gt;- steadyRPM (Fallback: voltage based)&lt;/span&gt;&lt;div&gt;&lt;span style=&quot;font-size: 20px;&quot;&gt;- targetRPMExceeded&lt;/span&gt;&lt;/div&gt;&lt;div&gt;&lt;span style=&quot;font-size: 20px;&quot;&gt;- targetRPMMet&lt;/span&gt;&lt;/div&gt;" style="shape=note;whiteSpace=wrap;html=1;backgroundOutline=1;darkOpacity=0.05;align=left;fontSize=14;" parent="54" vertex="1">
                    <mxGeometry x="10" y="360" width="280" height="120" as="geometry"/>
                </mxCell>
-                 <mxCell id="154" value="&lt;font&gt;&lt;span style=&quot;color: rgb(63, 63, 63);&quot;&gt;producingPositivePower&amp;nbsp;&lt;/span&gt;=&amp;nbsp;&lt;/font&gt;&lt;div&gt;&lt;span style=&quot;color: rgb(63, 63, 63); background-color: rgb(255, 255, 255); text-align: center; text-wrap-mode: nowrap;&quot;&gt;(backFeedVoltage +&lt;/span&gt;&lt;/div&gt;&lt;div&gt;&lt;span style=&quot;color: rgb(63, 63, 63); background-color: rgb(255, 255, 255); text-align: center; text-wrap-mode: nowrap;&quot;&gt;&amp;nbsp;vHysteresisWindow/2)&lt;/span&gt;&lt;/div&gt;&lt;div&gt;&lt;span style=&quot;color: rgb(63, 63, 63); background-color: rgb(255, 255, 255); text-align: center; text-wrap-mode: nowrap;&quot;&gt;Note: Previous versions&lt;/span&gt;&lt;/div&gt;&lt;div&gt;&lt;span style=&quot;color: rgb(63, 63, 63); background-color: rgb(255, 255, 255); text-align: center; text-wrap-mode: nowrap;&quot;&gt;included a second stage that&lt;/span&gt;&lt;/div&gt;&lt;div&gt;&lt;span style=&quot;color: rgb(63, 63, 63); background-color: rgb(255, 255, 255); text-align: center; text-wrap-mode: nowrap;&quot;&gt;was &amp;gt; 6 V (?).&lt;/span&gt;&lt;/div&gt;" style="shape=note;whiteSpace=wrap;html=1;backgroundOutline=1;darkOpacity=0.05;align=left;fontSize=20;" vertex="1" parent="54">
+                 <mxCell id="154" value="&lt;font&gt;&lt;span style=&quot;color: rgb(63, 63, 63);&quot;&gt;producingPositivePower&amp;nbsp;&lt;/span&gt;=&amp;nbsp;&lt;/font&gt;&lt;div&gt;&lt;span style=&quot;color: rgb(63, 63, 63); background-color: rgb(255, 255, 255); text-align: center; text-wrap-mode: nowrap;&quot;&gt;(backFeedVoltage +&lt;/span&gt;&lt;/div&gt;&lt;div&gt;&lt;span style=&quot;color: rgb(63, 63, 63); background-color: rgb(255, 255, 255); text-align: center; text-wrap-mode: nowrap;&quot;&gt;&amp;nbsp;vHysteresisWindow/2)&lt;/span&gt;&lt;/div&gt;&lt;div&gt;&lt;span style=&quot;color: rgb(63, 63, 63); background-color: rgb(255, 255, 255); text-align: center; text-wrap-mode: nowrap;&quot;&gt;Note: Previous versions&lt;/span&gt;&lt;/div&gt;&lt;div&gt;&lt;span style=&quot;color: rgb(63, 63, 63); background-color: rgb(255, 255, 255); text-align: center; text-wrap-mode: nowrap;&quot;&gt;included a second stage that&lt;/span&gt;&lt;/div&gt;&lt;div&gt;&lt;span style=&quot;color: rgb(63, 63, 63); background-color: rgb(255, 255, 255); text-align: center; text-wrap-mode: nowrap;&quot;&gt;was &amp;gt; 6 V (?).&lt;/span&gt;&lt;/div&gt;" style="shape=note;whiteSpace=wrap;html=1;backgroundOutline=1;darkOpacity=0.05;align=left;fontSize=20;" parent="54" vertex="1">
                    <mxGeometry x="10" y="200" width="280" height="150" as="geometry"/>
                </mxCell>
                <mxCell id="38" style="edgeStyle=orthogonalEdgeStyle;html=1;exitX=0;exitY=0.5;exitDx=0;exitDy=0;entryX=1;entryY=1;entryDx=0;entryDy=0;fillColor=#e3c800;strokeColor=#B09500;curved=1;fontSize=14;endSize=10;startSize=10;strokeWidth=5;" parent="1" source="3" target="5" edge="1">
                    <mxGeometry relative="1" as="geometry">
                        <Array as="points">
                            <mxPoint x="441" y="425"/>
                        </Array>
                    </mxGeometry>
                </mxCell>
                <mxCell id="37" style="edgeStyle=orthogonalEdgeStyle;html=1;exitX=0;exitY=0;exitDx=0;exitDy=0;entryX=1;entryY=1;entryDx=0;entryDy=0;fillColor=#e3c800;strokeColor=#B09500;curved=1;fontSize=14;endSize=10;startSize=10;strokeWidth=5;" parent="1" source="2" target="5" edge="1">
                    <mxGeometry relative="1" as="geometry">
                        <Array as="points">
                            <mxPoint x="407" y="430"/>
                            <mxPoint x="441" y="430"/>
                        </Array>
                    </mxGeometry>
                </mxCell>
                <mxCell id="29" style="edgeStyle=orthogonalEdgeStyle;html=1;exitX=0.5;exitY=0;exitDx=0;exitDy=0;entryX=0.5;entryY=1;entryDx=0;entryDy=0;curved=1;fillColor=#a20025;strokeColor=#6F0000;fontSize=14;endSize=10;startSize=10;strokeWidth=5;" parent="1" source="3" target="8" edge="1">
                    <mxGeometry relative="1" as="geometry">
                        <Array as="points">
                            <mxPoint x="665" y="380"/>
                        </Array>
                    </mxGeometry>
                </mxCell>
                <mxCell id="19" style="edgeStyle=orthogonalEdgeStyle;html=1;exitX=0;exitY=0;exitDx=0;exitDy=0;curved=1;fillColor=#008a00;strokeColor=#005700;entryX=0.5;entryY=0;entryDx=0;entryDy=0;fontSize=14;endSize=10;startSize=10;strokeWidth=5;" parent="1" source="8" target="5" edge="1">
                    <mxGeometry relative="1" as="geometry">
                        <mxPoint x="390" y="270.03999999999996" as="targetPoint"/>
                        <Array as="points">
                            <mxPoint x="598" y="140"/>
                            <mxPoint x="370" y="140"/>
                        </Array>
                    </mxGeometry>
                </mxCell>
                <mxCell id="17" style="edgeStyle=orthogonalEdgeStyle;html=1;exitX=1;exitY=0;exitDx=0;exitDy=0;entryX=0.5;entryY=0;entryDx=0;entryDy=0;curved=1;fillColor=#a20025;strokeColor=#6F0000;fontSize=14;endSize=10;startSize=10;strokeWidth=5;" parent="1" source="5" target="8" edge="1">
                    <mxGeometry relative="1" as="geometry">
                        <Array as="points">
                            <mxPoint x="530" y="223"/>
                            <mxPoint x="530" y="110"/>
                            <mxPoint x="665" y="110"/>
                        </Array>
                    </mxGeometry>
                </mxCell>
                <mxCell id="7" style="edgeStyle=orthogonalEdgeStyle;html=1;exitX=1;exitY=0;exitDx=0;exitDy=0;entryX=0.5;entryY=0;entryDx=0;entryDy=0;curved=1;fillColor=#008a00;strokeColor=#005700;fontSize=14;endSize=10;startSize=10;strokeWidth=5;" parent="1" source="6" target="5" edge="1">
                    <mxGeometry relative="1" as="geometry">
                        <Array as="points">
                            <mxPoint x="158" y="140"/>
                            <mxPoint x="360" y="140"/>
                            <mxPoint x="360" y="160"/>
                            <mxPoint x="370" y="160"/>
                        </Array>
                    </mxGeometry>
                </mxCell>
                <mxCell id="11" value="&lt;font style=&quot;color: light-dark(rgb(0, 0, 0), rgb(130, 205, 130)); font-size: 20px;&quot;&gt;~safetyTask&lt;/font&gt;" style="edgeLabel;html=1;align=center;verticalAlign=middle;resizable=0;points=[];fontSize=14;" parent="7" vertex="1" connectable="0">
                    <mxGeometry x="0.2777" y="-3" relative="1" as="geometry">
                        <mxPoint x="50" y="17" as="offset"/>
                    </mxGeometry>
                </mxCell>
                <mxCell id="9" style="edgeStyle=orthogonalEdgeStyle;html=1;exitX=0.5;exitY=0;exitDx=0;exitDy=0;entryX=0.5;entryY=0;entryDx=0;entryDy=0;curved=1;fillColor=#a20025;strokeColor=#6F0000;fontSize=14;endSize=10;startSize=10;strokeWidth=5;" parent="1" source="6" target="8" edge="1">
                    <mxGeometry relative="1" as="geometry">
                        <Array as="points">
                            <mxPoint x="130" y="100"/>
                            <mxPoint x="665" y="100"/>
                        </Array>
                    </mxGeometry>
                </mxCell>
                <mxCell id="10" value="&lt;font style=&quot;color: light-dark(rgb(0, 0, 0), rgb(255, 197, 197)); font-size: 20px;&quot;&gt;safetyTask&lt;/font&gt;" style="edgeLabel;html=1;align=center;verticalAlign=middle;resizable=0;points=[];fontSize=14;" parent="9" vertex="1" connectable="0">
                    <mxGeometry x="0.0694" y="-1" relative="1" as="geometry">
                        <mxPoint x="169" y="9" as="offset"/>
                    </mxGeometry>
                </mxCell>
                <mxCell id="6" value="&lt;font&gt;Reset&lt;/font&gt;" style="ellipse;whiteSpace=wrap;html=1;fontSize=20;" parent="1" vertex="1">
                    <mxGeometry x="90" y="160" width="80" height="80" as="geometry"/>
                </mxCell>
                <mxCell id="35" style="edgeStyle=orthogonalEdgeStyle;html=1;exitX=1;exitY=0;exitDx=0;exitDy=0;curved=1;fillColor=#e3c800;strokeColor=#B09500;fontSize=14;strokeWidth=5;endSize=10;startSize=10;" parent="1" source="22" edge="1">
                    <mxGeometry relative="1" as="geometry">
                        <mxPoint x="438" y="364" as="targetPoint"/>
                    </mxGeometry>
                </mxCell>
                <mxCell id="39" value="&lt;div&gt;&lt;font style=&quot;color: light-dark(rgb(0, 0, 0), rgb(141, 118, 0)); font-size: 20px;&quot;&gt;&lt;font&gt;~safetyTask&lt;/font&gt;&lt;span style=&quot;background-color: light-dark(#ffffff, var(--ge-dark-color, #121212));&quot;&gt;&amp;nbsp;&amp;amp;&amp;amp;&amp;nbsp;&lt;/span&gt;&lt;/font&gt;&lt;/div&gt;&lt;span style=&quot;color: rgb(63, 63, 63); font-size: 20px; text-align: left; text-wrap-mode: wrap; background-color: rgb(251, 251, 251);&quot;&gt;~producingPositivePower&lt;/span&gt;" style="edgeLabel;html=1;align=center;verticalAlign=middle;resizable=0;points=[];fontSize=14;" parent="35" vertex="1" connectable="0">
                    <mxGeometry x="-0.206" relative="1" as="geometry">
                        <mxPoint x="62" y="-39" as="offset"/>
                    </mxGeometry>
                </mxCell>
                <mxCell id="22" value="&lt;div&gt;&lt;font style=&quot;font-size: 20px;&quot;&gt;&lt;u&gt;sStartLoad&lt;/u&gt;:&lt;/font&gt;&lt;/div&gt;&lt;div&gt;&lt;div style=&quot;scrollbar-color: rgb(75, 75, 75) rgb(27, 29, 30);&quot;&gt;&lt;font style=&quot;font-size: 20px;&quot;&gt;- Pitch -&amp;gt; Fine&lt;/font&gt;&lt;/div&gt;&lt;/div&gt;" style="ellipse;whiteSpace=wrap;html=1;fontSize=14;" parent="1" vertex="1">
                    <mxGeometry x="130" y="440" width="170" height="130" as="geometry"/>
                </mxCell>
                <mxCell id="2" value="&lt;div&gt;&lt;font style=&quot;font-size: 20px;&quot;&gt;&lt;u&gt;sRunLoad&lt;/u&gt;:&lt;/font&gt;&lt;/div&gt;&lt;div&gt;&lt;font style=&quot;font-size: 20px;&quot;&gt;&lt;span&gt;Adjust the variable load&lt;/span&gt;&lt;/font&gt;&lt;/div&gt;&lt;div&gt;&lt;font style=&quot;font-size: 20px;&quot;&gt;&lt;font&gt;&lt;span&gt;given&amp;nbsp;&lt;/span&gt;&lt;/font&gt;&lt;span style=&quot;background-color: transparent;&quot;&gt;&lt;font&gt;shaft RPM&lt;/font&gt;&lt;/span&gt;&lt;/font&gt;&lt;/div&gt;&lt;div&gt;&lt;font style=&quot;font-size: 20px;&quot;&gt;&lt;span&gt;&lt;br&gt;&lt;/span&gt;&lt;/font&gt;&lt;/div&gt;&lt;div&gt;&lt;font style=&quot;font-size: 20px;&quot;&gt;&lt;span&gt;- Signal Load&lt;/span&gt;&lt;/font&gt;&lt;/div&gt;&lt;div&gt;&lt;span style=&quot;color: rgb(63, 63, 63); font-size: 20px; background-color: transparent;&quot;&gt;- Pitch: Fine&lt;/span&gt;&lt;/div&gt;" style="ellipse;whiteSpace=wrap;html=1;fontSize=14;" parent="1" vertex="1">
                    <mxGeometry x="370" y="600" width="250" height="210" as="geometry"/>
                </mxCell>
                <mxCell id="25" value="&lt;div&gt;&lt;font style=&quot;font-size: 20px;&quot;&gt;&lt;span&gt;~safetyTask &amp;amp;&amp;amp;&lt;/span&gt;&lt;/font&gt;&lt;/div&gt;&lt;font style=&quot;font-size: 20px;&quot;&gt;&lt;span style=&quot;color: rgb(63, 63, 63); text-align: left; text-wrap-mode: wrap; background-color: rgb(251, 251, 251);&quot;&gt;producingPositivePower&lt;/span&gt;&lt;span&gt;&amp;nbsp;&amp;amp;&amp;amp;&lt;/span&gt;&lt;/font&gt;&lt;div&gt;&lt;font style=&quot;color: rgb(63, 63, 63); scrollbar-color: rgb(226, 226, 226) rgb(251, 251, 251); font-size: 20px;&quot;&gt;steadyRPM&lt;/font&gt;&lt;/div&gt;" style="edgeStyle=orthogonalEdgeStyle;html=1;exitX=0.5;exitY=1;exitDx=0;exitDy=0;entryX=0;entryY=0.5;entryDx=0;entryDy=0;curved=1;fontSize=14;endSize=10;startSize=10;strokeWidth=5;" parent="1" source="22" target="2" edge="1">
                    <mxGeometry x="-0.5172" y="35" relative="1" as="geometry">
                        <mxPoint y="-1" as="offset"/>
                    </mxGeometry>
                </mxCell>
                <mxCell id="34" value="&lt;span style=&quot;background-color: transparent; text-align: center;&quot;&gt;&lt;font style=&quot;font-size: 20px;&quot;&gt;- hysteresis&lt;/font&gt;&lt;/span&gt;&lt;div&gt;&lt;span style=&quot;background-color: transparent; text-align: center;&quot;&gt;&lt;font style=&quot;font-size: 20px;&quot;&gt;not ideal?&lt;/font&gt;&lt;/span&gt;&lt;/div&gt;" style="shape=note;whiteSpace=wrap;html=1;backgroundOutline=1;darkOpacity=0.05;align=left;fontSize=14;" parent="1" vertex="1">
                    <mxGeometry x="730" y="665" width="160" height="60" as="geometry"/>
                </mxCell>
                <mxCell id="8" value="&lt;div&gt;&lt;font style=&quot;font-size: 20px;&quot;&gt;&lt;u&gt;sESTOP&lt;/u&gt;:&lt;/font&gt;&lt;/div&gt;&lt;div&gt;&lt;font style=&quot;font-size: 20px;&quot;&gt;&lt;div style=&quot;scrollbar-color: rgb(75, 75, 75) rgb(27, 29, 30);&quot;&gt;&lt;span style=&quot;color: rgb(63, 63, 63); background-color: transparent;&quot;&gt;- pitch -&amp;gt; feather&lt;/span&gt;&lt;/div&gt;&lt;/font&gt;&lt;/div&gt;" style="ellipse;whiteSpace=wrap;html=1;fontSize=14;" parent="1" vertex="1">
                    <mxGeometry x="570" y="160" width="190" height="130" as="geometry"/>
                </mxCell>
                <mxCell id="28" style="edgeStyle=orthogonalEdgeStyle;html=1;exitX=0.5;exitY=0;exitDx=0;exitDy=0;entryX=0.5;entryY=1;entryDx=0;entryDy=0;curved=1;fillColor=#a20025;strokeColor=#6F0000;fontSize=14;endSize=10;startSize=10;strokeWidth=5;" parent="1" source="2" target="8" edge="1">
                    <mxGeometry relative="1" as="geometry">
                        <Array as="points">
                            <mxPoint x="495" y="490"/>
                            <mxPoint x="610" y="490"/>
                            <mxPoint x="610" y="380"/>
                            <mxPoint x="665" y="380"/>
                        </Array>
                    </mxGeometry>
                </mxCell>
                <mxCell id="27" style="edgeStyle=orthogonalEdgeStyle;html=1;exitX=1;exitY=0.5;exitDx=0;exitDy=0;entryX=0.5;entryY=1;entryDx=0;entryDy=0;curved=1;fillColor=#a20025;strokeColor=#6F0000;fontSize=14;endSize=10;startSize=10;strokeWidth=5;" parent="1" source="22" target="8" edge="1">
                    <mxGeometry relative="1" as="geometry">
                        <Array as="points">
                            <mxPoint x="610" y="505"/>
                            <mxPoint x="610" y="380"/>
                            <mxPoint x="665" y="380"/>
                        </Array>
                    </mxGeometry>
                </mxCell>
                <mxCell id="30" value="&lt;font style=&quot;color: light-dark(rgb(0, 0, 0), rgb(255, 197, 197)); font-size: 20px;&quot;&gt;safetyTask&lt;/font&gt;" style="edgeLabel;html=1;align=center;verticalAlign=middle;resizable=0;points=[];fontSize=14;" parent="27" vertex="1" connectable="0">
                    <mxGeometry x="0.6492" y="16" relative="1" as="geometry">
                        <mxPoint x="12" y="-24" as="offset"/>
                    </mxGeometry>
                </mxCell>
                <mxCell id="3" value="&lt;div&gt;&lt;font style=&quot;font-size: 20px;&quot;&gt;&lt;u&gt;sCurtail&lt;/u&gt;:&lt;/font&gt;&lt;/div&gt;&lt;div&gt;&lt;div style=&quot;scrollbar-color: rgb(75, 75, 75) rgb(27, 29, 30);&quot;&gt;&lt;span style=&quot;color: rgb(63, 63, 63); font-size: 20px; background-color: transparent;&quot;&gt;- Signal Load&lt;/span&gt;&lt;/div&gt;&lt;div style=&quot;scrollbar-color: rgb(75, 75, 75) rgb(27, 29, 30);&quot;&gt;&lt;span style=&quot;color: rgb(63, 63, 63); font-size: 20px; background-color: transparent;&quot;&gt;- Pitch: PI&lt;/span&gt;&lt;/div&gt;&lt;/div&gt;" style="ellipse;whiteSpace=wrap;html=1;fontSize=14;" parent="1" vertex="1">
                    <mxGeometry x="650" y="400" width="160" height="120" as="geometry"/>
                </mxCell>
                <mxCell id="26" value="&lt;div&gt;&lt;font style=&quot;font-size: 20px;&quot;&gt;~safetyTask &amp;amp;&amp;amp;&lt;/font&gt;&lt;/div&gt;&lt;span style=&quot;color: rgb(63, 63, 63); font-size: 20px; text-align: left; text-wrap-mode: wrap; background-color: rgb(251, 251, 251);&quot;&gt;targetRPMExceeded&amp;nbsp;&lt;/span&gt;" style="edgeStyle=orthogonalEdgeStyle;html=1;exitX=1;exitY=0;exitDx=0;exitDy=0;entryX=0;entryY=1;entryDx=0;entryDy=0;curved=1;fontSize=14;endSize=10;startSize=10;strokeWidth=5;" parent="1" source="2" target="3" edge="1">
                    <mxGeometry x="-0.016" relative="1" as="geometry">
                        <Array as="points">
                            <mxPoint x="600" y="631"/>
                            <mxPoint x="600" y="502"/>
                        </Array>
                        <mxPoint as="offset"/>
                    </mxGeometry>
                </mxCell>
                <mxCell id="42" value="&lt;font style=&quot;font-size: 20px;&quot;&gt;~safetyTask &amp;amp;&amp;amp;&lt;/font&gt;&lt;div&gt;&lt;span style=&quot;color: rgb(63, 63, 63); font-size: 20px; text-align: left; text-wrap-mode: wrap; background-color: rgb(251, 251, 251);&quot;&gt;targetRPMMet&lt;/span&gt;&lt;/div&gt;" style="edgeStyle=orthogonalEdgeStyle;html=1;exitX=0.5;exitY=1;exitDx=0;exitDy=0;entryX=1;entryY=0.5;entryDx=0;entryDy=0;curved=1;fontSize=14;endSize=10;startSize=10;strokeWidth=5;" parent="1" source="3" target="2" edge="1">
                    <mxGeometry x="-0.3221" y="40" relative="1" as="geometry">
                        <mxPoint as="offset"/>
                    </mxGeometry>
                </mxCell>
                <mxCell id="5" value="&lt;div&gt;&lt;font style=&quot;font-size: 20px;&quot;&gt;&lt;u&gt;sRST&lt;/u&gt;:&lt;/font&gt;&lt;/div&gt;&lt;div&gt;&lt;font style=&quot;font-size: 20px;&quot;&gt;(Default)&lt;/font&gt;&lt;/div&gt;&lt;div&gt;&lt;span style=&quot;color: rgb(63, 63, 63); font-size: 20px; background-color: transparent;&quot;&gt;- Pitch -&amp;gt; cut in&lt;/span&gt;&lt;/div&gt;" style="ellipse;whiteSpace=wrap;html=1;fontSize=14;" parent="1" vertex="1">
                    <mxGeometry x="270" y="200" width="200" height="160" as="geometry"/>
                </mxCell>
                <mxCell id="24" value="&lt;font style=&quot;font-size: 20px;&quot;&gt;&lt;span&gt;~safetyTask &amp;amp;&amp;amp;&lt;/span&gt;&lt;/font&gt;&lt;div&gt;&lt;span style=&quot;color: rgb(63, 63, 63); font-size: 20px; text-align: left; text-wrap-mode: wrap; background-color: rgb(251, 251, 251);&quot;&gt;producingPositivePower&lt;/span&gt;&lt;/div&gt;" style="edgeStyle=orthogonalEdgeStyle;html=1;exitX=0;exitY=0.5;exitDx=0;exitDy=0;entryX=0;entryY=0.5;entryDx=0;entryDy=0;curved=1;fontSize=14;endSize=10;startSize=10;strokeWidth=5;" parent="1" source="5" target="22" edge="1">
                    <mxGeometry x="0.0835" y="60" relative="1" as="geometry">
                        <Array as="points">
                            <mxPoint x="90" y="280"/>
                            <mxPoint x="90" y="505"/>
                        </Array>
                        <mxPoint as="offset"/>
                    </mxGeometry>
                </mxCell>
                <mxCell id="44" value="&lt;span&gt;&lt;font style=&quot;font-size: 20px;&quot;&gt;Power Curve&lt;/font&gt;&lt;/span&gt;&lt;div&gt;&lt;span&gt;&lt;font style=&quot;font-size: 20px;&quot;&gt;Performance Task&lt;/font&gt;&lt;/span&gt;&lt;/div&gt;" style="shape=note;whiteSpace=wrap;html=1;backgroundOutline=1;darkOpacity=0.05;align=left;fontSize=14;" parent="1" vertex="1">
                    <mxGeometry x="230" y="730" width="150" height="70" as="geometry"/>
                </mxCell>
                <mxCell id="47" value="&lt;div&gt;&lt;span&gt;&lt;font style=&quot;font-size: 20px;&quot;&gt;Control of&lt;/font&gt;&lt;/span&gt;&lt;/div&gt;&lt;div&gt;&lt;font style=&quot;font-size: 20px;&quot;&gt;&lt;span&gt;Rated&amp;nbsp;&lt;/span&gt;&lt;span style=&quot;background-color: transparent;&quot;&gt;&lt;font&gt;Power&lt;/font&gt;&lt;/span&gt;&lt;/font&gt;&lt;/div&gt;&lt;div&gt;&lt;span style=&quot;background-color: transparent;&quot;&gt;&lt;font style=&quot;font-size: 20px;&quot;&gt;&amp;amp; Durability Task&lt;/font&gt;&lt;/span&gt;&lt;/div&gt;" style="shape=note;whiteSpace=wrap;html=1;backgroundOutline=1;darkOpacity=0.05;align=left;fontSize=14;" parent="1" vertex="1">
                    <mxGeometry x="820" y="415" width="130" height="100" as="geometry"/>
                </mxCell>
                <mxCell id="48" value="&lt;div&gt;&lt;span&gt;&lt;font style=&quot;font-size: 20px;&quot;&gt;Safety Task&lt;/font&gt;&lt;/span&gt;&lt;/div&gt;" style="shape=note;whiteSpace=wrap;html=1;backgroundOutline=1;darkOpacity=0.05;align=left;fontSize=14;" parent="1" vertex="1">
                    <mxGeometry x="690" y="110" width="100" height="50" as="geometry"/>
                </mxCell>
                <mxCell id="53" value="&lt;div&gt;&lt;span style=&quot;font-size: 20px;&quot;&gt;&lt;b&gt;Inputs from Load:&lt;/b&gt;&lt;/span&gt;&lt;/div&gt;&lt;span style=&quot;font-size: 20px;&quot;&gt;- safetyTask&lt;/span&gt;&lt;div&gt;&lt;span style=&quot;font-size: 20px;&quot;&gt;- producingPositivePower&lt;/span&gt;&lt;/div&gt;" style="shape=note;whiteSpace=wrap;html=1;backgroundOutline=1;darkOpacity=0.05;align=left;fontSize=14;" parent="1" vertex="1">
                    <mxGeometry x="970" y="415" width="230" height="80" as="geometry"/>
                </mxCell>
-                 <mxCell id="152" value="&lt;font&gt;2026 FSM Draft&lt;/font&gt;" style="shape=umlFrame;whiteSpace=wrap;html=1;pointerEvents=0;recursiveResize=0;container=0;collapsible=0;width=160;fontSize=14;movable=0;resizable=0;rotatable=0;deletable=0;editable=0;locked=1;connectable=0;" vertex="1" parent="1">
+                 <mxCell id="152" value="&lt;font&gt;2026 Software FSM&lt;/font&gt;" style="shape=umlFrame;whiteSpace=wrap;html=1;pointerEvents=0;recursiveResize=0;container=0;collapsible=0;width=160;fontSize=14;movable=0;resizable=0;rotatable=0;deletable=0;editable=0;locked=1;connectable=0;" parent="1" vertex="1">
                    <mxGeometry x="10" y="10" width="2520" height="840" as="geometry"/>
                </mxCell>
-                 <mxCell id="86" value="&lt;font&gt;Note: Although all&amp;nbsp;&lt;span style=&quot;background-color: transparent;&quot;&gt;&lt;font&gt;outputs&amp;nbsp;&lt;/font&gt;&lt;/span&gt;&lt;/font&gt;&lt;span style=&quot;background-color: transparent;&quot;&gt;have been&amp;nbsp;&lt;/span&gt;&lt;span style=&quot;background-color: transparent;&quot;&gt;depicted as per state (More), they will moved to state transitions (Mealy) in the implementation.&lt;/span&gt;" style="shape=note;whiteSpace=wrap;html=1;backgroundOutline=1;darkOpacity=0.05;align=left;fontSize=20;" vertex="1" parent="1">
+                 <mxCell id="86" value="&lt;font&gt;Note: Although all&amp;nbsp;&lt;span style=&quot;background-color: transparent;&quot;&gt;&lt;font&gt;outputs&amp;nbsp;&lt;/font&gt;&lt;/span&gt;&lt;/font&gt;&lt;span style=&quot;background-color: transparent;&quot;&gt;have been&amp;nbsp;&lt;/span&gt;&lt;span style=&quot;background-color: transparent;&quot;&gt;depicted as per state (More), they will moved to state transitions (Mealy) in the implementation.&lt;/span&gt;" style="shape=note;whiteSpace=wrap;html=1;backgroundOutline=1;darkOpacity=0.05;align=left;fontSize=20;" parent="1" vertex="1">
                    <mxGeometry x="610" y="790" width="1220" height="40" as="geometry"/>
                </mxCell>
-                 <mxCell id="158" value="&lt;font style=&quot;color: rgb(63, 63, 63); scrollbar-color: rgb(226, 226, 226) rgb(251, 251, 251); text-align: center; text-wrap-mode: nowrap; background-color: rgb(255, 255, 255); font-size: 20px;&quot;&gt;&lt;span style=&quot;color: rgb(63, 63, 63); scrollbar-color: rgb(226, 226, 226) rgb(251, 251, 251);&quot;&gt;&lt;font style=&quot;color: rgb(63, 63, 63); scrollbar-color: rgb(226, 226, 226) rgb(251, 251, 251);&quot;&gt;&lt;span style=&quot;color: rgb(63, 63, 63); scrollbar-color: rgb(226, 226, 226) rgb(251, 251, 251);&quot;&gt;steadyRPM&lt;/span&gt;&lt;/font&gt;&lt;span style=&quot;scrollbar-color: rgb(226, 226, 226) rgb(251, 251, 251); color: rgb(192, 192, 192);&quot;&gt;&amp;nbsp;=&amp;nbsp;&lt;/span&gt;&lt;/span&gt;&lt;/font&gt;&lt;div&gt;&lt;font style=&quot;color: rgb(63, 63, 63); scrollbar-color: rgb(226, 226, 226) rgb(251, 251, 251); text-align: center; text-wrap-mode: nowrap; background-color: rgb(255, 255, 255); font-size: 20px;&quot;&gt;&lt;span style=&quot;color: rgb(63, 63, 63); scrollbar-color: rgb(226, 226, 226) rgb(251, 251, 251);&quot;&gt;(dRPM/dt &amp;lt; 20 RPM/s)&lt;/span&gt;&lt;/font&gt;&lt;span style=&quot;scrollbar-color: rgb(226, 226, 226) rgb(251, 251, 251); text-align: center; text-wrap-mode: nowrap; font-size: 20px; background-color: rgb(255, 255, 255); color: rgb(192, 192, 192);&quot;&gt;&amp;nbsp;&lt;/span&gt;&lt;/div&gt;" style="shape=note;whiteSpace=wrap;html=1;backgroundOutline=1;darkOpacity=0.05;align=left;fontSize=14;" vertex="1" parent="1">
+                 <mxCell id="158" value="&lt;font style=&quot;color: rgb(63, 63, 63); scrollbar-color: rgb(226, 226, 226) rgb(251, 251, 251); text-align: center; text-wrap-mode: nowrap; background-color: rgb(255, 255, 255); font-size: 20px;&quot;&gt;&lt;span style=&quot;color: rgb(63, 63, 63); scrollbar-color: rgb(226, 226, 226) rgb(251, 251, 251);&quot;&gt;&lt;font style=&quot;color: rgb(63, 63, 63); scrollbar-color: rgb(226, 226, 226) rgb(251, 251, 251);&quot;&gt;&lt;span style=&quot;color: rgb(63, 63, 63); scrollbar-color: rgb(226, 226, 226) rgb(251, 251, 251);&quot;&gt;steadyRPM&lt;/span&gt;&lt;/font&gt;&lt;span style=&quot;scrollbar-color: rgb(226, 226, 226) rgb(251, 251, 251); color: rgb(192, 192, 192);&quot;&gt;&amp;nbsp;=&amp;nbsp;&lt;/span&gt;&lt;/span&gt;&lt;/font&gt;&lt;div&gt;&lt;font style=&quot;color: rgb(63, 63, 63); scrollbar-color: rgb(226, 226, 226) rgb(251, 251, 251); text-align: center; text-wrap-mode: nowrap; background-color: rgb(255, 255, 255); font-size: 20px;&quot;&gt;&lt;span style=&quot;color: rgb(63, 63, 63); scrollbar-color: rgb(226, 226, 226) rgb(251, 251, 251);&quot;&gt;(dRPM/dt &amp;lt; 20 RPM/s)&lt;/span&gt;&lt;/font&gt;&lt;span style=&quot;scrollbar-color: rgb(226, 226, 226) rgb(251, 251, 251); text-align: center; text-wrap-mode: nowrap; font-size: 20px; background-color: rgb(255, 255, 255); color: rgb(192, 192, 192);&quot;&gt;&amp;nbsp;&lt;/span&gt;&lt;/div&gt;" style="shape=note;whiteSpace=wrap;html=1;backgroundOutline=1;darkOpacity=0.05;align=left;fontSize=14;" parent="1" vertex="1">
                    <mxGeometry x="950" y="90" width="250" height="60" as="geometry"/>
                </mxCell>
-                 <mxCell id="159" value="&lt;div&gt;&lt;font style=&quot;color: rgb(63, 63, 63); scrollbar-color: rgb(226, 226, 226) rgb(251, 251, 251); text-align: center; text-wrap-mode: nowrap; background-color: rgb(255, 255, 255); font-size: 20px;&quot;&gt;&lt;span style=&quot;color: rgb(63, 63, 63); scrollbar-color: rgb(226, 226, 226) rgb(251, 251, 251);&quot;&gt;&lt;span style=&quot;color: rgb(63, 63, 63); text-align: left; text-wrap-mode: wrap; background-color: rgb(251, 251, 251);&quot;&gt;targetRPMExceeded =&lt;/span&gt;&lt;/span&gt;&lt;/font&gt;&lt;/div&gt;&lt;div&gt;&lt;font style=&quot;color: rgb(63, 63, 63); scrollbar-color: rgb(226, 226, 226) rgb(251, 251, 251); text-align: center; text-wrap-mode: nowrap; background-color: rgb(255, 255, 255); font-size: 20px;&quot;&gt;RPM &amp;gt; t&lt;/font&gt;&lt;span style=&quot;color: rgb(63, 63, 63); scrollbar-color: rgb(226, 226, 226) rgb(251, 251, 251); text-align: center; text-wrap-mode: nowrap; font-size: 20px; background-color: rgb(255, 255, 255);&quot;&gt;&lt;font style=&quot;color: rgb(63, 63, 63); scrollbar-color: rgb(226, 226, 226) rgb(251, 251, 251);&quot;&gt;argetRPM&lt;/font&gt;&lt;/span&gt;&lt;/div&gt;" style="shape=note;whiteSpace=wrap;html=1;backgroundOutline=1;darkOpacity=0.05;align=left;fontSize=14;" vertex="1" parent="1">
+                 <mxCell id="159" value="&lt;div&gt;&lt;font style=&quot;color: rgb(63, 63, 63); scrollbar-color: rgb(226, 226, 226) rgb(251, 251, 251); text-align: center; text-wrap-mode: nowrap; background-color: rgb(255, 255, 255); font-size: 20px;&quot;&gt;&lt;span style=&quot;color: rgb(63, 63, 63); scrollbar-color: rgb(226, 226, 226) rgb(251, 251, 251);&quot;&gt;&lt;span style=&quot;color: rgb(63, 63, 63); text-align: left; text-wrap-mode: wrap; background-color: rgb(251, 251, 251);&quot;&gt;targetRPMExceeded =&lt;/span&gt;&lt;/span&gt;&lt;/font&gt;&lt;/div&gt;&lt;div&gt;&lt;font style=&quot;color: rgb(63, 63, 63); scrollbar-color: rgb(226, 226, 226) rgb(251, 251, 251); text-align: center; text-wrap-mode: nowrap; background-color: rgb(255, 255, 255); font-size: 20px;&quot;&gt;RPM &amp;gt; t&lt;/font&gt;&lt;span style=&quot;color: rgb(63, 63, 63); scrollbar-color: rgb(226, 226, 226) rgb(251, 251, 251); text-align: center; text-wrap-mode: nowrap; font-size: 20px; background-color: rgb(255, 255, 255);&quot;&gt;&lt;font style=&quot;color: rgb(63, 63, 63); scrollbar-color: rgb(226, 226, 226) rgb(251, 251, 251);&quot;&gt;argetRPM&lt;/font&gt;&lt;/span&gt;&lt;/div&gt;" style="shape=note;whiteSpace=wrap;html=1;backgroundOutline=1;darkOpacity=0.05;align=left;fontSize=14;" parent="1" vertex="1">
                    <mxGeometry x="950" y="160" width="250" height="60" as="geometry"/>
                </mxCell>
-                 <mxCell id="160" value="&lt;div&gt;&lt;font style=&quot;color: rgb(63, 63, 63); scrollbar-color: rgb(226, 226, 226) rgb(251, 251, 251); text-align: center; text-wrap-mode: nowrap; background-color: rgb(255, 255, 255); font-size: 20px;&quot;&gt;&lt;span style=&quot;color: rgb(63, 63, 63); scrollbar-color: rgb(226, 226, 226) rgb(251, 251, 251);&quot;&gt;&lt;span style=&quot;color: rgb(63, 63, 63); text-align: left; text-wrap-mode: wrap; background-color: rgb(251, 251, 251);&quot;&gt;&lt;span style=&quot;color: rgb(63, 63, 63); background-color: transparent;&quot;&gt;targetRPMMet&amp;nbsp;&lt;/span&gt;=&amp;nbsp;&lt;/span&gt;&lt;/span&gt;&lt;/font&gt;&lt;/div&gt;&lt;div&gt;&lt;span style=&quot;background-color: rgb(255, 255, 255); color: rgb(63, 63, 63); font-size: 20px; text-align: center; text-wrap-mode: nowrap;&quot;&gt;RPM &amp;lt;&amp;nbsp;&lt;/span&gt;&lt;span style=&quot;font-size: 20px; background-color: light-dark(rgb(255, 255, 255), rgb(18, 18, 18)); text-align: center; text-wrap-mode: nowrap;&quot;&gt;(targetRPM -&lt;/span&gt;&lt;/div&gt;&lt;div&gt;&lt;div style=&quot;color: rgb(63, 63, 63); scrollbar-color: rgb(226, 226, 226) rgb(251, 251, 251); text-align: center; text-wrap-mode: nowrap; background-color: rgb(255, 255, 255);&quot;&gt;&lt;span style=&quot;color: rgb(63, 63, 63); scrollbar-color: rgb(226, 226, 226) rgb(251, 251, 251); font-size: 20px;&quot;&gt;sHysteresisWindow)&lt;/span&gt;&lt;/div&gt;&lt;/div&gt;" style="shape=note;whiteSpace=wrap;html=1;backgroundOutline=1;darkOpacity=0.05;align=left;fontSize=14;" vertex="1" parent="1">
+                 <mxCell id="160" value="&lt;div&gt;&lt;font style=&quot;color: rgb(63, 63, 63); scrollbar-color: rgb(226, 226, 226) rgb(251, 251, 251); text-align: center; text-wrap-mode: nowrap; background-color: rgb(255, 255, 255); font-size: 20px;&quot;&gt;&lt;span style=&quot;color: rgb(63, 63, 63); scrollbar-color: rgb(226, 226, 226) rgb(251, 251, 251);&quot;&gt;&lt;span style=&quot;color: rgb(63, 63, 63); text-align: left; text-wrap-mode: wrap; background-color: rgb(251, 251, 251);&quot;&gt;&lt;span style=&quot;color: rgb(63, 63, 63); background-color: transparent;&quot;&gt;targetRPMMet&amp;nbsp;&lt;/span&gt;=&amp;nbsp;&lt;/span&gt;&lt;/span&gt;&lt;/font&gt;&lt;/div&gt;&lt;div&gt;&lt;span style=&quot;background-color: rgb(255, 255, 255); color: rgb(63, 63, 63); font-size: 20px; text-align: center; text-wrap-mode: nowrap;&quot;&gt;RPM &amp;lt;&amp;nbsp;&lt;/span&gt;&lt;span style=&quot;font-size: 20px; background-color: light-dark(rgb(255, 255, 255), rgb(18, 18, 18)); text-align: center; text-wrap-mode: nowrap;&quot;&gt;(targetRPM -&lt;/span&gt;&lt;/div&gt;&lt;div&gt;&lt;div style=&quot;color: rgb(63, 63, 63); scrollbar-color: rgb(226, 226, 226) rgb(251, 251, 251); text-align: center; text-wrap-mode: nowrap; background-color: rgb(255, 255, 255);&quot;&gt;&lt;span style=&quot;color: rgb(63, 63, 63); scrollbar-color: rgb(226, 226, 226) rgb(251, 251, 251); font-size: 20px;&quot;&gt;sHysteresisWindow)&lt;/span&gt;&lt;/div&gt;&lt;/div&gt;" style="shape=note;whiteSpace=wrap;html=1;backgroundOutline=1;darkOpacity=0.05;align=left;fontSize=14;" parent="1" vertex="1">
                    <mxGeometry x="950" y="230" width="250" height="80" as="geometry"/>
                </mxCell>
-                 <mxCell id="61" value="&lt;font style=&quot;font-size: 20px;&quot;&gt;- Last year, we ran the&amp;nbsp;&lt;/font&gt;&lt;span style=&quot;color: rgb(63, 63, 63); font-size: 20px; background-color: transparent;&quot;&gt;FSM at 9 Hz&lt;/span&gt;&lt;div&gt;&lt;div&gt;&lt;font style=&quot;font-size: 20px;&quot;&gt;- These loops may be overridden manually for testing&lt;/font&gt;&lt;/div&gt;&lt;/div&gt;" style="shape=note;whiteSpace=wrap;html=1;backgroundOutline=1;darkOpacity=0.05;align=left;fontSize=14;" vertex="1" parent="1">
+                 <mxCell id="61" value="&lt;font style=&quot;font-size: 20px;&quot;&gt;- Last year, we ran the&amp;nbsp;&lt;/font&gt;&lt;span style=&quot;color: rgb(63, 63, 63); font-size: 20px; background-color: transparent;&quot;&gt;FSM at 9 Hz&lt;/span&gt;&lt;div&gt;&lt;div&gt;&lt;font style=&quot;font-size: 20px;&quot;&gt;- These loops may be overridden manually for testing&lt;/font&gt;&lt;/div&gt;&lt;/div&gt;" style="shape=note;whiteSpace=wrap;html=1;backgroundOutline=1;darkOpacity=0.05;align=left;fontSize=14;" parent="1" vertex="1">
                    <mxGeometry x="970" y="720" width="550" height="60" as="geometry"/>
+                 </mxCell>
+                 <mxCell id="161" value="- Backfeed controls have been moved to hardware as of last year" style="shape=note;whiteSpace=wrap;html=1;backgroundOutline=1;darkOpacity=0.05;align=left;fontSize=20;" vertex="1" parent="1">
+                     <mxGeometry x="2310" y="720" width="200" height="110" as="geometry"/>
                </mxCell>
            </root>
        </mxGraphModel>
    </diagram>
</mxfile>